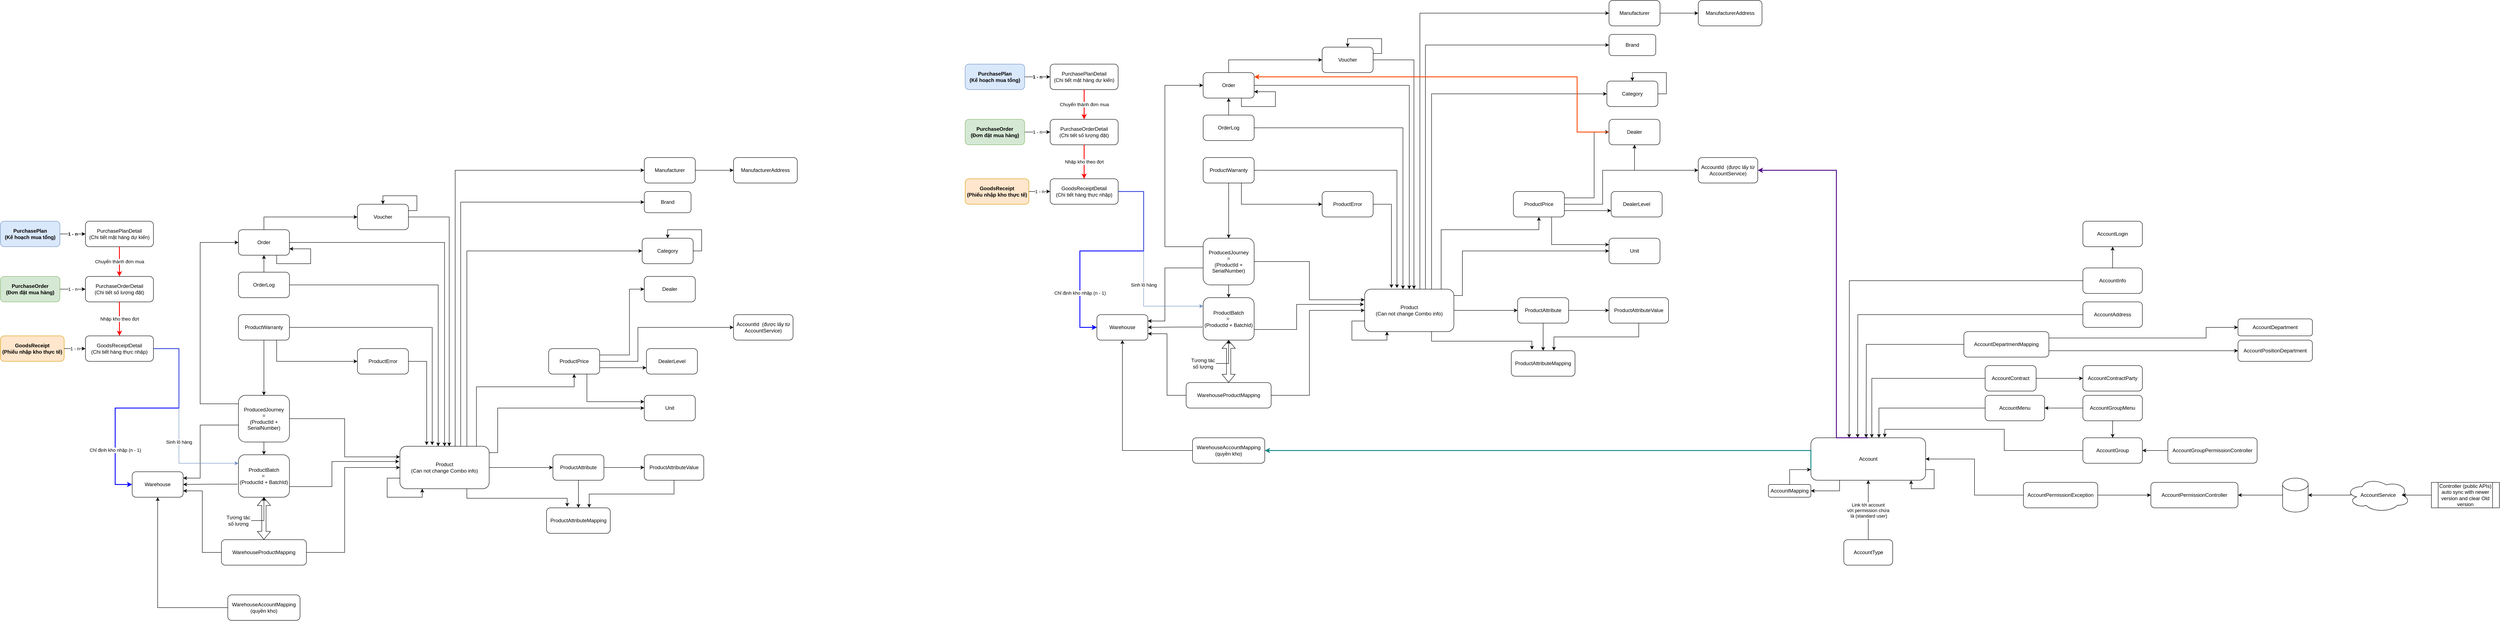
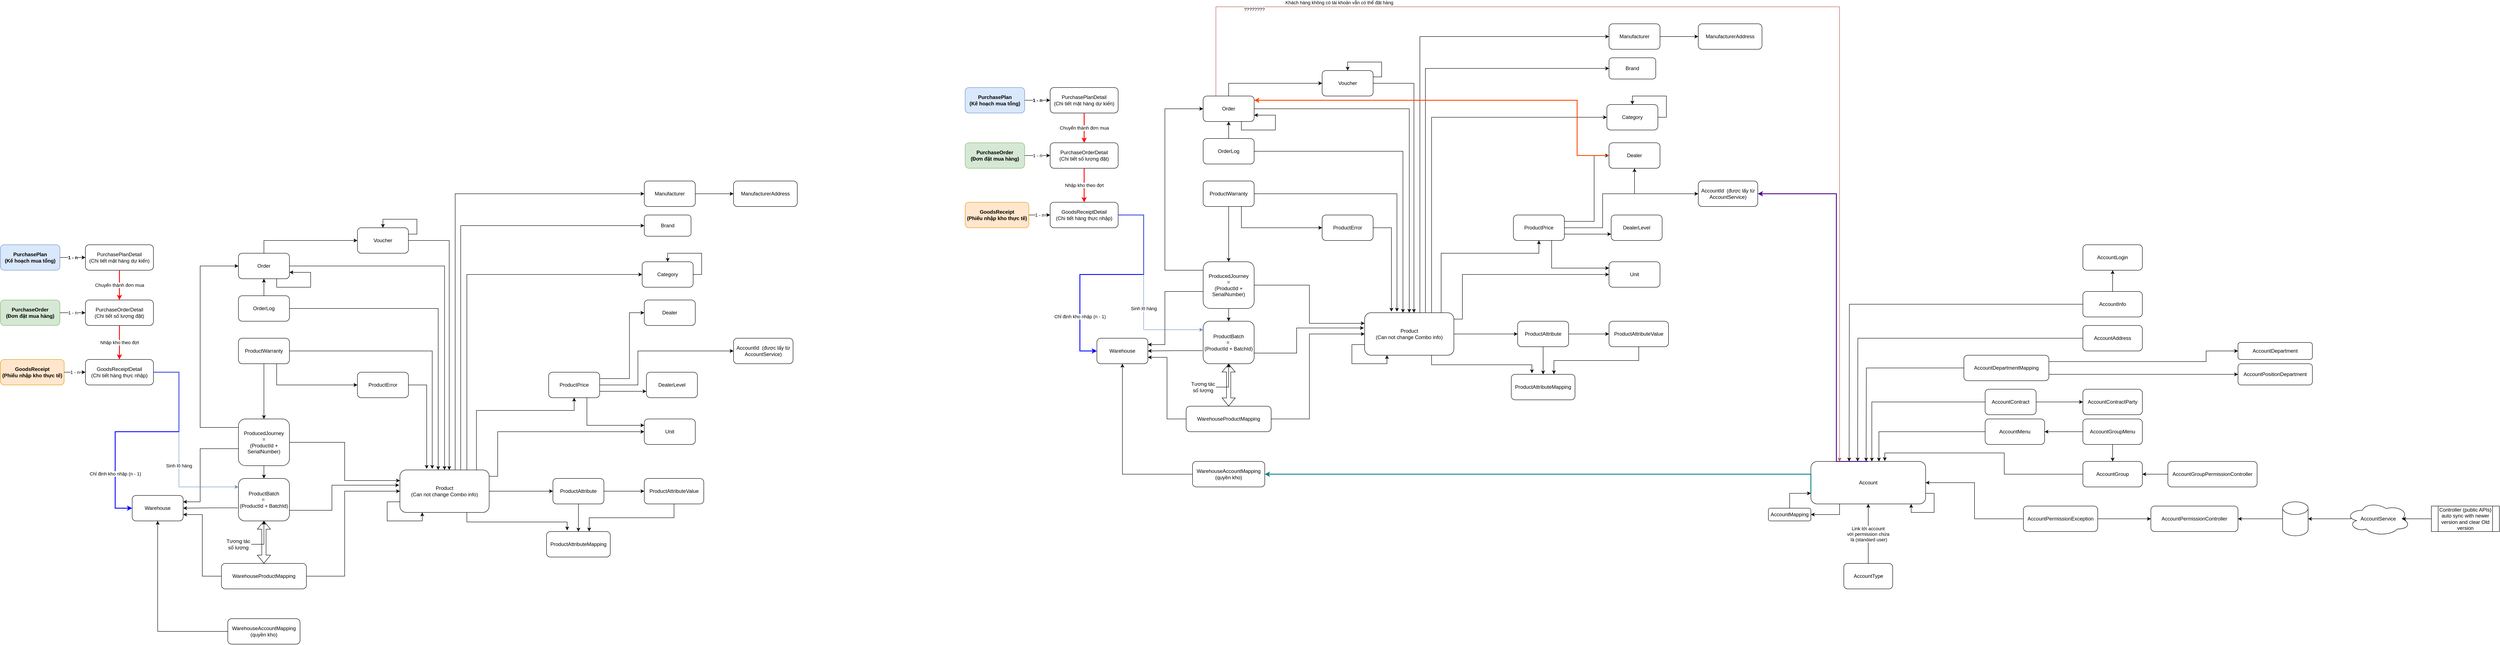
<mxfile host="app.diagrams.net">
  <diagram name="Page-1" id="X3Ej7SneoA_IpZ1JLyMx">
-     <mxGraphModel dx="943" dy="111599" grid="1" gridSize="10" guides="1" tooltips="1" connect="1" arrows="1" fold="1" page="1" pageScale="1" pageWidth="18500" pageHeight="111000" math="0" shadow="0">
+     <mxGraphModel dx="2280" dy="112447" grid="1" gridSize="10" guides="1" tooltips="1" connect="1" arrows="1" fold="1" page="1" pageScale="1" pageWidth="18500" pageHeight="111000" math="0" shadow="0">
      <root>
        <mxCell id="0" />
        <mxCell id="1" parent="0" />
        <mxCell id="bRXCoPtnCOos5vHUt3nM-4" parent="1" style="rounded=1;whiteSpace=wrap;html=1;" value="Brand" vertex="1">
          <mxGeometry height="50" width="110" x="1625" y="160" as="geometry" />
        </mxCell>
        <mxCell id="bRXCoPtnCOos5vHUt3nM-5" parent="1" style="rounded=1;whiteSpace=wrap;html=1;" value="Category" vertex="1">
          <mxGeometry height="60" width="120" x="1620" y="270" as="geometry" />
        </mxCell>
        <mxCell id="bRXCoPtnCOos5vHUt3nM-6" parent="1" style="rounded=1;whiteSpace=wrap;html=1;" value="Dealer" vertex="1">
          <mxGeometry height="60" width="120" x="1625" y="360" as="geometry" />
        </mxCell>
        <mxCell id="bRXCoPtnCOos5vHUt3nM-7" parent="1" style="rounded=1;whiteSpace=wrap;html=1;" value="AccountId&amp;nbsp; (được lấy từ AccountService)" vertex="1">
          <mxGeometry height="60" width="140" x="1835" y="450" as="geometry" />
        </mxCell>
        <mxCell id="bRXCoPtnCOos5vHUt3nM-8" parent="1" style="rounded=1;whiteSpace=wrap;html=1;" value="DealerLevel" vertex="1">
          <mxGeometry height="60" width="120" x="1630" y="530" as="geometry" />
        </mxCell>
        <mxCell id="n3FyrpiHLGzsT291LhVI-31" edge="1" parent="1" source="bRXCoPtnCOos5vHUt3nM-11" style="edgeStyle=orthogonalEdgeStyle;rounded=0;orthogonalLoop=1;jettySize=auto;html=1;exitX=1;exitY=0.5;exitDx=0;exitDy=0;entryX=0;entryY=0.5;entryDx=0;entryDy=0;" target="bRXCoPtnCOos5vHUt3nM-12">
          <mxGeometry relative="1" as="geometry" />
        </mxCell>
        <mxCell id="bRXCoPtnCOos5vHUt3nM-11" parent="1" style="rounded=1;whiteSpace=wrap;html=1;" value="Manufacturer" vertex="1">
          <mxGeometry height="60" width="120" x="1625" y="80" as="geometry" />
        </mxCell>
        <mxCell id="bRXCoPtnCOos5vHUt3nM-12" parent="1" style="rounded=1;whiteSpace=wrap;html=1;" value="ManufacturerAddress" vertex="1">
          <mxGeometry height="60" width="150" x="1835" y="80" as="geometry" />
        </mxCell>
        <mxCell id="n3FyrpiHLGzsT291LhVI-44" edge="1" parent="1" source="bRXCoPtnCOos5vHUt3nM-13" style="edgeStyle=orthogonalEdgeStyle;rounded=0;orthogonalLoop=1;jettySize=auto;html=1;exitX=0.5;exitY=0;exitDx=0;exitDy=0;entryX=0;entryY=0.5;entryDx=0;entryDy=0;" target="n3FyrpiHLGzsT291LhVI-9">
          <mxGeometry relative="1" as="geometry">
            <Array as="points">
              <mxPoint x="730" y="220" />
            </Array>
          </mxGeometry>
        </mxCell>
        <mxCell id="n3FyrpiHLGzsT291LhVI-49" edge="1" parent="1" source="bRXCoPtnCOos5vHUt3nM-13" style="edgeStyle=orthogonalEdgeStyle;rounded=0;orthogonalLoop=1;jettySize=auto;html=1;exitX=1;exitY=0.5;exitDx=0;exitDy=0;entryX=0.5;entryY=0;entryDx=0;entryDy=0;" target="bRXCoPtnCOos5vHUt3nM-16">
          <mxGeometry relative="1" as="geometry">
            <Array as="points">
              <mxPoint x="1155" y="280" />
            </Array>
          </mxGeometry>
        </mxCell>
        <mxCell id="bRXCoPtnCOos5vHUt3nM-13" parent="1" style="rounded=1;whiteSpace=wrap;html=1;" value="Order" vertex="1">
          <mxGeometry height="60" width="120" x="670" y="250" as="geometry" />
        </mxCell>
        <mxCell id="n3FyrpiHLGzsT291LhVI-45" edge="1" parent="1" source="bRXCoPtnCOos5vHUt3nM-14" style="edgeStyle=orthogonalEdgeStyle;rounded=0;orthogonalLoop=1;jettySize=auto;html=1;exitX=0;exitY=0.5;exitDx=0;exitDy=0;" target="bRXCoPtnCOos5vHUt3nM-13">
          <mxGeometry relative="1" as="geometry" />
        </mxCell>
        <mxCell id="bRXCoPtnCOos5vHUt3nM-14" parent="1" style="rounded=1;whiteSpace=wrap;html=1;direction=south;" value="OrderLog" vertex="1">
          <mxGeometry height="60" width="120" x="670" y="350" as="geometry" />
        </mxCell>
        <mxCell id="n3FyrpiHLGzsT291LhVI-33" edge="1" parent="1" source="bRXCoPtnCOos5vHUt3nM-15" style="edgeStyle=orthogonalEdgeStyle;rounded=0;orthogonalLoop=1;jettySize=auto;html=1;exitX=1;exitY=0.5;exitDx=0;exitDy=0;entryX=0;entryY=0.25;entryDx=0;entryDy=0;" target="bRXCoPtnCOos5vHUt3nM-16">
          <mxGeometry relative="1" as="geometry" />
        </mxCell>
        <mxCell id="n3FyrpiHLGzsT291LhVI-35" edge="1" parent="1" source="bRXCoPtnCOos5vHUt3nM-15" style="edgeStyle=orthogonalEdgeStyle;rounded=0;orthogonalLoop=1;jettySize=auto;html=1;exitX=0.5;exitY=1;exitDx=0;exitDy=0;" target="bRXCoPtnCOos5vHUt3nM-20">
          <mxGeometry relative="1" as="geometry" />
        </mxCell>
        <mxCell id="n3FyrpiHLGzsT291LhVI-36" edge="1" parent="1" source="bRXCoPtnCOos5vHUt3nM-15" style="edgeStyle=orthogonalEdgeStyle;rounded=0;orthogonalLoop=1;jettySize=auto;html=1;exitX=0.006;exitY=0.659;exitDx=0;exitDy=0;entryX=1;entryY=0.25;entryDx=0;entryDy=0;exitPerimeter=0;" target="n3FyrpiHLGzsT291LhVI-10">
          <mxGeometry relative="1" as="geometry">
            <Array as="points">
              <mxPoint x="671" y="710" />
              <mxPoint x="580" y="710" />
              <mxPoint x="580" y="835" />
            </Array>
          </mxGeometry>
        </mxCell>
        <mxCell id="n3FyrpiHLGzsT291LhVI-51" edge="1" parent="1" source="bRXCoPtnCOos5vHUt3nM-15" style="edgeStyle=orthogonalEdgeStyle;rounded=0;orthogonalLoop=1;jettySize=auto;html=1;exitX=0;exitY=0.25;exitDx=0;exitDy=0;entryX=0;entryY=0.5;entryDx=0;entryDy=0;" target="bRXCoPtnCOos5vHUt3nM-13">
          <mxGeometry relative="1" as="geometry">
            <Array as="points">
              <mxPoint x="670" y="660" />
              <mxPoint x="580" y="660" />
              <mxPoint x="580" y="280" />
            </Array>
          </mxGeometry>
        </mxCell>
        <mxCell id="bRXCoPtnCOos5vHUt3nM-15" parent="1" style="rounded=1;whiteSpace=wrap;html=1;" value="ProducedJourney&lt;div&gt;&amp;nbsp;=&amp;nbsp;&lt;/div&gt;&lt;div&gt;(ProductId + SerialNumber)&lt;/div&gt;" vertex="1">
          <mxGeometry height="110" width="120" x="670" y="640" as="geometry" />
        </mxCell>
        <mxCell id="n3FyrpiHLGzsT291LhVI-14" edge="1" parent="1" source="bRXCoPtnCOos5vHUt3nM-16" style="edgeStyle=orthogonalEdgeStyle;rounded=0;orthogonalLoop=1;jettySize=auto;html=1;exitX=1;exitY=0.5;exitDx=0;exitDy=0;entryX=0;entryY=0.5;entryDx=0;entryDy=0;" target="bRXCoPtnCOos5vHUt3nM-17">
          <mxGeometry relative="1" as="geometry" />
        </mxCell>
        <mxCell id="n3FyrpiHLGzsT291LhVI-16" edge="1" parent="1" source="bRXCoPtnCOos5vHUt3nM-16" style="edgeStyle=orthogonalEdgeStyle;rounded=0;orthogonalLoop=1;jettySize=auto;html=1;exitX=0.75;exitY=1;exitDx=0;exitDy=0;entryX=0.324;entryY=-0.046;entryDx=0;entryDy=0;entryPerimeter=0;" target="bRXCoPtnCOos5vHUt3nM-18">
          <mxGeometry relative="1" as="geometry" />
        </mxCell>
        <mxCell id="n3FyrpiHLGzsT291LhVI-19" edge="1" parent="1" source="bRXCoPtnCOos5vHUt3nM-16" style="edgeStyle=orthogonalEdgeStyle;rounded=0;orthogonalLoop=1;jettySize=auto;html=1;exitX=0.75;exitY=0;exitDx=0;exitDy=0;entryX=0.5;entryY=1;entryDx=0;entryDy=0;" target="n3FyrpiHLGzsT291LhVI-1">
          <mxGeometry relative="1" as="geometry">
            <Array as="points">
              <mxPoint x="1230" y="620" />
              <mxPoint x="1460" y="620" />
            </Array>
          </mxGeometry>
        </mxCell>
        <mxCell id="n3FyrpiHLGzsT291LhVI-25" edge="1" parent="1" source="bRXCoPtnCOos5vHUt3nM-16" style="edgeStyle=orthogonalEdgeStyle;rounded=0;orthogonalLoop=1;jettySize=auto;html=1;exitX=0.75;exitY=0;exitDx=0;exitDy=0;entryX=0;entryY=0.5;entryDx=0;entryDy=0;" target="bRXCoPtnCOos5vHUt3nM-5">
          <mxGeometry relative="1" as="geometry" />
        </mxCell>
        <mxCell id="n3FyrpiHLGzsT291LhVI-27" edge="1" parent="1" source="bRXCoPtnCOos5vHUt3nM-16" style="edgeStyle=orthogonalEdgeStyle;rounded=0;orthogonalLoop=1;jettySize=auto;html=1;exitX=0.681;exitY=-0.007;exitDx=0;exitDy=0;entryX=0;entryY=0.5;entryDx=0;entryDy=0;exitPerimeter=0;" target="bRXCoPtnCOos5vHUt3nM-4">
          <mxGeometry relative="1" as="geometry" />
        </mxCell>
        <mxCell id="n3FyrpiHLGzsT291LhVI-28" edge="1" parent="1" source="bRXCoPtnCOos5vHUt3nM-16" style="edgeStyle=orthogonalEdgeStyle;rounded=0;orthogonalLoop=1;jettySize=auto;html=1;exitX=1;exitY=0.25;exitDx=0;exitDy=0;entryX=0;entryY=0.5;entryDx=0;entryDy=0;" target="n3FyrpiHLGzsT291LhVI-8">
          <mxGeometry relative="1" as="geometry">
            <Array as="points">
              <mxPoint x="1280" y="775" />
              <mxPoint x="1280" y="670" />
            </Array>
          </mxGeometry>
        </mxCell>
        <mxCell id="n3FyrpiHLGzsT291LhVI-47" edge="1" parent="1" source="bRXCoPtnCOos5vHUt3nM-16" style="edgeStyle=orthogonalEdgeStyle;rounded=0;orthogonalLoop=1;jettySize=auto;html=1;exitX=0.636;exitY=0.013;exitDx=0;exitDy=0;entryX=0;entryY=0.5;entryDx=0;entryDy=0;exitPerimeter=0;" target="bRXCoPtnCOos5vHUt3nM-11">
          <mxGeometry relative="1" as="geometry">
            <Array as="points">
              <mxPoint x="1180" y="761" />
              <mxPoint x="1180" y="110" />
            </Array>
          </mxGeometry>
        </mxCell>
        <mxCell id="bRXCoPtnCOos5vHUt3nM-16" parent="1" style="rounded=1;whiteSpace=wrap;html=1;" value="Product&lt;div&gt;(Can not change Combo info)&lt;/div&gt;" vertex="1">
          <mxGeometry height="100" width="210" x="1050" y="760" as="geometry" />
        </mxCell>
        <mxCell id="n3FyrpiHLGzsT291LhVI-15" edge="1" parent="1" source="bRXCoPtnCOos5vHUt3nM-17" style="edgeStyle=orthogonalEdgeStyle;rounded=0;orthogonalLoop=1;jettySize=auto;html=1;exitX=1;exitY=0.5;exitDx=0;exitDy=0;entryX=0;entryY=0.5;entryDx=0;entryDy=0;" target="bRXCoPtnCOos5vHUt3nM-19">
          <mxGeometry relative="1" as="geometry" />
        </mxCell>
        <mxCell id="n3FyrpiHLGzsT291LhVI-17" edge="1" parent="1" source="bRXCoPtnCOos5vHUt3nM-17" style="edgeStyle=orthogonalEdgeStyle;rounded=0;orthogonalLoop=1;jettySize=auto;html=1;exitX=0.5;exitY=1;exitDx=0;exitDy=0;entryX=0.5;entryY=0;entryDx=0;entryDy=0;" target="bRXCoPtnCOos5vHUt3nM-18">
          <mxGeometry relative="1" as="geometry" />
        </mxCell>
        <mxCell id="bRXCoPtnCOos5vHUt3nM-17" parent="1" style="rounded=1;whiteSpace=wrap;html=1;" value="ProductAttribute" vertex="1">
          <mxGeometry height="60" width="120" x="1410" y="780" as="geometry" />
        </mxCell>
        <mxCell id="bRXCoPtnCOos5vHUt3nM-18" parent="1" style="rounded=1;whiteSpace=wrap;html=1;" value="ProductAttributeMapping" vertex="1">
          <mxGeometry height="60" width="150" x="1395" y="905" as="geometry" />
        </mxCell>
        <mxCell id="bRXCoPtnCOos5vHUt3nM-19" parent="1" style="rounded=1;whiteSpace=wrap;html=1;" value="ProductAttributeValue" vertex="1">
          <mxGeometry height="60" width="140" x="1625" y="780" as="geometry" />
        </mxCell>
        <mxCell id="n3FyrpiHLGzsT291LhVI-37" edge="1" parent="1" source="bRXCoPtnCOos5vHUt3nM-20" style="edgeStyle=orthogonalEdgeStyle;rounded=0;orthogonalLoop=1;jettySize=auto;html=1;exitX=-0.014;exitY=0.692;exitDx=0;exitDy=0;entryX=1;entryY=0.5;entryDx=0;entryDy=0;exitPerimeter=0;" target="n3FyrpiHLGzsT291LhVI-10">
          <mxGeometry relative="1" as="geometry" />
        </mxCell>
        <mxCell id="bRXCoPtnCOos5vHUt3nM-20" parent="1" style="rounded=1;whiteSpace=wrap;html=1;" value="ProductBatch&lt;div&gt;=&amp;nbsp;&lt;/div&gt;&lt;div&gt;(ProductId + BatchId)&lt;/div&gt;" vertex="1">
          <mxGeometry height="100" width="120" x="670" y="780" as="geometry" />
        </mxCell>
        <mxCell id="bRXCoPtnCOos5vHUt3nM-21" parent="1" style="rounded=1;whiteSpace=wrap;html=1;" value="ProductError" vertex="1">
          <mxGeometry height="60" width="120" x="950" y="530" as="geometry" />
        </mxCell>
        <mxCell id="n3FyrpiHLGzsT291LhVI-21" edge="1" parent="1" source="n3FyrpiHLGzsT291LhVI-1" style="edgeStyle=orthogonalEdgeStyle;rounded=0;orthogonalLoop=1;jettySize=auto;html=1;exitX=1;exitY=0.75;exitDx=0;exitDy=0;entryX=0;entryY=0.75;entryDx=0;entryDy=0;" target="bRXCoPtnCOos5vHUt3nM-8">
          <mxGeometry relative="1" as="geometry" />
        </mxCell>
        <mxCell id="n3FyrpiHLGzsT291LhVI-22" edge="1" parent="1" source="n3FyrpiHLGzsT291LhVI-1" style="edgeStyle=orthogonalEdgeStyle;rounded=0;orthogonalLoop=1;jettySize=auto;html=1;exitX=1;exitY=0.5;exitDx=0;exitDy=0;entryX=0;entryY=0.5;entryDx=0;entryDy=0;" target="bRXCoPtnCOos5vHUt3nM-7">
          <mxGeometry relative="1" as="geometry">
            <Array as="points">
              <mxPoint x="1610" y="560" />
              <mxPoint x="1610" y="480" />
            </Array>
          </mxGeometry>
        </mxCell>
        <mxCell id="n3FyrpiHLGzsT291LhVI-23" edge="1" parent="1" source="n3FyrpiHLGzsT291LhVI-1" style="edgeStyle=orthogonalEdgeStyle;rounded=0;orthogonalLoop=1;jettySize=auto;html=1;exitX=1;exitY=0.25;exitDx=0;exitDy=0;entryX=0;entryY=0.5;entryDx=0;entryDy=0;" target="bRXCoPtnCOos5vHUt3nM-6">
          <mxGeometry relative="1" as="geometry">
            <Array as="points">
              <mxPoint x="1590" y="545" />
              <mxPoint x="1590" y="390" />
            </Array>
          </mxGeometry>
        </mxCell>
        <mxCell id="n3FyrpiHLGzsT291LhVI-56" edge="1" parent="1" source="n3FyrpiHLGzsT291LhVI-1" style="edgeStyle=orthogonalEdgeStyle;rounded=0;orthogonalLoop=1;jettySize=auto;html=1;exitX=0.75;exitY=1;exitDx=0;exitDy=0;entryX=0;entryY=0.25;entryDx=0;entryDy=0;" target="n3FyrpiHLGzsT291LhVI-8">
          <mxGeometry relative="1" as="geometry" />
        </mxCell>
        <mxCell id="n3FyrpiHLGzsT291LhVI-1" parent="1" style="rounded=1;whiteSpace=wrap;html=1;" value="ProductPrice" vertex="1">
          <mxGeometry height="60" width="120" x="1400" y="530" as="geometry" />
        </mxCell>
        <mxCell id="n3FyrpiHLGzsT291LhVI-52" edge="1" parent="1" source="n3FyrpiHLGzsT291LhVI-2" style="edgeStyle=orthogonalEdgeStyle;rounded=0;orthogonalLoop=1;jettySize=auto;html=1;exitX=0.5;exitY=1;exitDx=0;exitDy=0;entryX=0.5;entryY=0;entryDx=0;entryDy=0;" target="bRXCoPtnCOos5vHUt3nM-15">
          <mxGeometry relative="1" as="geometry" />
        </mxCell>
        <mxCell id="n3FyrpiHLGzsT291LhVI-58" edge="1" parent="1" source="n3FyrpiHLGzsT291LhVI-2" style="edgeStyle=orthogonalEdgeStyle;rounded=0;orthogonalLoop=1;jettySize=auto;html=1;exitX=0.75;exitY=1;exitDx=0;exitDy=0;entryX=0;entryY=0.5;entryDx=0;entryDy=0;" target="bRXCoPtnCOos5vHUt3nM-21">
          <mxGeometry relative="1" as="geometry" />
        </mxCell>
        <mxCell id="n3FyrpiHLGzsT291LhVI-2" parent="1" style="rounded=1;whiteSpace=wrap;html=1;" value="ProductWarranty" vertex="1">
          <mxGeometry height="60" width="120" x="670" y="450" as="geometry" />
        </mxCell>
        <mxCell id="n3FyrpiHLGzsT291LhVI-8" parent="1" style="rounded=1;whiteSpace=wrap;html=1;" value="Unit" vertex="1">
          <mxGeometry height="60" width="120" x="1625" y="640" as="geometry" />
        </mxCell>
        <mxCell id="n3FyrpiHLGzsT291LhVI-43" edge="1" parent="1" source="n3FyrpiHLGzsT291LhVI-9" style="edgeStyle=orthogonalEdgeStyle;rounded=0;orthogonalLoop=1;jettySize=auto;html=1;exitX=1;exitY=0.5;exitDx=0;exitDy=0;">
          <mxGeometry relative="1" as="geometry">
            <Array as="points">
              <mxPoint x="1166" y="220" />
            </Array>
            <mxPoint x="1166" y="760" as="targetPoint" />
          </mxGeometry>
        </mxCell>
        <mxCell id="AxulSBX_V0fGFe2LzLWX-1" edge="1" parent="1" source="n3FyrpiHLGzsT291LhVI-9" style="edgeStyle=orthogonalEdgeStyle;rounded=0;orthogonalLoop=1;jettySize=auto;html=1;exitX=1;exitY=0.25;exitDx=0;exitDy=0;innerLoopWaypoints=1;entryX=0.5;entryY=0;entryDx=0;entryDy=0;" target="n3FyrpiHLGzsT291LhVI-9">
          <mxGeometry relative="1" as="geometry">
            <Array as="points">
              <mxPoint x="1090" y="205" />
              <mxPoint x="1090" y="170" />
              <mxPoint x="1010" y="170" />
            </Array>
            <mxPoint x="1030" y="180" as="targetPoint" />
          </mxGeometry>
        </mxCell>
        <mxCell id="n3FyrpiHLGzsT291LhVI-9" parent="1" style="rounded=1;whiteSpace=wrap;html=1;" value="Voucher" vertex="1">
          <mxGeometry height="60" width="120" x="950" y="190" as="geometry" />
        </mxCell>
        <mxCell id="n3FyrpiHLGzsT291LhVI-10" parent="1" style="rounded=1;whiteSpace=wrap;html=1;" value="Warehouse" vertex="1">
          <mxGeometry height="60" width="120" x="420" y="820" as="geometry" />
        </mxCell>
        <mxCell id="n3FyrpiHLGzsT291LhVI-53" edge="1" parent="1" source="n3FyrpiHLGzsT291LhVI-11" style="edgeStyle=orthogonalEdgeStyle;rounded=0;orthogonalLoop=1;jettySize=auto;html=1;exitX=0;exitY=0.5;exitDx=0;exitDy=0;entryX=0.5;entryY=1;entryDx=0;entryDy=0;" target="n3FyrpiHLGzsT291LhVI-10">
          <mxGeometry relative="1" as="geometry" />
        </mxCell>
        <mxCell id="n3FyrpiHLGzsT291LhVI-11" parent="1" style="rounded=1;whiteSpace=wrap;html=1;" value="WarehouseAccountMapping&lt;div&gt;(quyền kho)&lt;/div&gt;" vertex="1">
          <mxGeometry height="60" width="170" x="645" y="1110" as="geometry" />
        </mxCell>
        <mxCell id="n3FyrpiHLGzsT291LhVI-41" edge="1" parent="1" source="n3FyrpiHLGzsT291LhVI-12" style="edgeStyle=orthogonalEdgeStyle;rounded=0;orthogonalLoop=1;jettySize=auto;html=1;exitX=0;exitY=0.5;exitDx=0;exitDy=0;entryX=1;entryY=0.75;entryDx=0;entryDy=0;" target="n3FyrpiHLGzsT291LhVI-10">
          <mxGeometry relative="1" as="geometry" />
        </mxCell>
        <mxCell id="AxulSBX_V0fGFe2LzLWX-5" edge="1" parent="1" source="n3FyrpiHLGzsT291LhVI-12" style="edgeStyle=orthogonalEdgeStyle;rounded=0;orthogonalLoop=1;jettySize=auto;html=1;exitX=1;exitY=0.5;exitDx=0;exitDy=0;entryX=0;entryY=0.5;entryDx=0;entryDy=0;" target="bRXCoPtnCOos5vHUt3nM-16">
          <mxGeometry relative="1" as="geometry">
            <Array as="points">
              <mxPoint x="920" y="1010" />
              <mxPoint x="920" y="810" />
            </Array>
          </mxGeometry>
        </mxCell>
        <mxCell id="n3FyrpiHLGzsT291LhVI-12" parent="1" style="rounded=1;whiteSpace=wrap;html=1;" value="WarehouseProductMapping" vertex="1">
          <mxGeometry height="60" width="200" x="630" y="980" as="geometry" />
        </mxCell>
        <mxCell id="n3FyrpiHLGzsT291LhVI-18" edge="1" parent="1" source="bRXCoPtnCOos5vHUt3nM-19" style="edgeStyle=orthogonalEdgeStyle;rounded=0;orthogonalLoop=1;jettySize=auto;html=1;exitX=0.5;exitY=1;exitDx=0;exitDy=0;entryX=0.669;entryY=-0.007;entryDx=0;entryDy=0;entryPerimeter=0;" target="bRXCoPtnCOos5vHUt3nM-18">
          <mxGeometry relative="1" as="geometry" />
        </mxCell>
        <mxCell id="n3FyrpiHLGzsT291LhVI-24" edge="1" parent="1" source="bRXCoPtnCOos5vHUt3nM-5" style="edgeStyle=orthogonalEdgeStyle;rounded=0;orthogonalLoop=1;jettySize=auto;html=1;exitX=1;exitY=0.5;exitDx=0;exitDy=0;entryX=0.5;entryY=0;entryDx=0;entryDy=0;innerLoopWaypoints=1;" target="bRXCoPtnCOos5vHUt3nM-5">
          <mxGeometry relative="1" as="geometry">
            <Array as="points">
              <mxPoint x="1760" y="300" />
              <mxPoint x="1760" y="250" />
              <mxPoint x="1680" y="250" />
            </Array>
          </mxGeometry>
        </mxCell>
        <mxCell id="n3FyrpiHLGzsT291LhVI-38" edge="1" parent="1" source="n3FyrpiHLGzsT291LhVI-12" style="shape=flexArrow;endArrow=classic;startArrow=classic;html=1;rounded=0;entryX=0.5;entryY=1;entryDx=0;entryDy=0;exitX=0.5;exitY=0;exitDx=0;exitDy=0;" target="bRXCoPtnCOos5vHUt3nM-20" value="">
          <mxGeometry height="100" relative="1" width="100" as="geometry">
            <mxPoint x="650" y="980" as="sourcePoint" />
            <mxPoint x="750" y="880" as="targetPoint" />
          </mxGeometry>
        </mxCell>
        <mxCell id="n3FyrpiHLGzsT291LhVI-40" edge="1" parent="1" source="n3FyrpiHLGzsT291LhVI-39" style="edgeStyle=orthogonalEdgeStyle;rounded=0;orthogonalLoop=1;jettySize=auto;html=1;exitX=1;exitY=0.5;exitDx=0;exitDy=0;entryX=0.5;entryY=1;entryDx=0;entryDy=0;" target="bRXCoPtnCOos5vHUt3nM-20">
          <mxGeometry relative="1" as="geometry" />
        </mxCell>
        <mxCell id="n3FyrpiHLGzsT291LhVI-39" parent="1" style="text;html=1;whiteSpace=wrap;strokeColor=none;fillColor=none;align=center;verticalAlign=middle;rounded=0;" value="Tương tác số lượng" vertex="1">
          <mxGeometry height="30" width="60" x="640" y="920" as="geometry" />
        </mxCell>
        <mxCell id="n3FyrpiHLGzsT291LhVI-46" edge="1" parent="1" source="n3FyrpiHLGzsT291LhVI-2" style="edgeStyle=orthogonalEdgeStyle;rounded=0;orthogonalLoop=1;jettySize=auto;html=1;exitX=1;exitY=0.5;exitDx=0;exitDy=0;entryX=0.362;entryY=-0.026;entryDx=0;entryDy=0;entryPerimeter=0;" target="bRXCoPtnCOos5vHUt3nM-16">
          <mxGeometry relative="1" as="geometry" />
        </mxCell>
        <mxCell id="n3FyrpiHLGzsT291LhVI-50" edge="1" parent="1" source="bRXCoPtnCOos5vHUt3nM-14" style="edgeStyle=orthogonalEdgeStyle;rounded=0;orthogonalLoop=1;jettySize=auto;html=1;exitX=0.5;exitY=0;exitDx=0;exitDy=0;entryX=0.429;entryY=0;entryDx=0;entryDy=0;entryPerimeter=0;" target="bRXCoPtnCOos5vHUt3nM-16">
          <mxGeometry relative="1" as="geometry" />
        </mxCell>
        <mxCell id="n3FyrpiHLGzsT291LhVI-57" edge="1" parent="1" source="bRXCoPtnCOos5vHUt3nM-21" style="edgeStyle=orthogonalEdgeStyle;rounded=0;orthogonalLoop=1;jettySize=auto;html=1;exitX=1;exitY=0.5;exitDx=0;exitDy=0;entryX=0.3;entryY=-0.026;entryDx=0;entryDy=0;entryPerimeter=0;" target="bRXCoPtnCOos5vHUt3nM-16">
          <mxGeometry relative="1" as="geometry" />
        </mxCell>
        <mxCell id="PWnPaHJ6BF9YL0BDL13Q-1" parent="1" style="rounded=1;whiteSpace=wrap;html=1;fillColor=#dae8fc;strokeColor=#6c8ebf;fontStyle=1;" value="PurchasePlan&#xa;(Kế hoạch mua tổng)" vertex="1">
          <mxGeometry height="60" width="140" x="110" y="230" as="geometry" />
        </mxCell>
        <mxCell id="PWnPaHJ6BF9YL0BDL13Q-2" parent="1" style="rounded=1;whiteSpace=wrap;html=1;" value="PurchasePlanDetail&#xa;(Chi tiết mặt hàng dự kiến)" vertex="1">
          <mxGeometry height="60" width="160" x="310" y="230" as="geometry" />
        </mxCell>
        <mxCell id="PWnPaHJ6BF9YL0BDL13Q-3" edge="1" parent="1" source="PWnPaHJ6BF9YL0BDL13Q-1" style="edgeStyle=orthogonalEdgeStyle;rounded=0;html=1;fontStyle=1;" target="PWnPaHJ6BF9YL0BDL13Q-2" value="1 - n">
          <mxGeometry relative="1" as="geometry" />
        </mxCell>
        <mxCell id="PWnPaHJ6BF9YL0BDL13Q-4" parent="1" style="rounded=1;whiteSpace=wrap;html=1;fillColor=#d5e8d4;strokeColor=#82b366;fontStyle=1;" value="PurchaseOrder&#xa;(Đơn đặt mua hàng)" vertex="1">
          <mxGeometry height="60" width="140" x="110" y="360" as="geometry" />
        </mxCell>
        <mxCell id="PWnPaHJ6BF9YL0BDL13Q-5" parent="1" style="rounded=1;whiteSpace=wrap;html=1;" value="PurchaseOrderDetail&#xa;(Chi tiết số lượng đặt)" vertex="1">
          <mxGeometry height="60" width="160" x="310" y="360" as="geometry" />
        </mxCell>
        <mxCell id="PWnPaHJ6BF9YL0BDL13Q-6" edge="1" parent="1" source="PWnPaHJ6BF9YL0BDL13Q-4" style="edgeStyle=orthogonalEdgeStyle;rounded=0;html=1;" target="PWnPaHJ6BF9YL0BDL13Q-5" value="1 - n">
          <mxGeometry relative="1" as="geometry" />
        </mxCell>
        <mxCell id="PWnPaHJ6BF9YL0BDL13Q-7" edge="1" parent="1" source="PWnPaHJ6BF9YL0BDL13Q-2" style="edgeStyle=orthogonalEdgeStyle;rounded=0;html=1;strokeWidth=2;strokeColor=#ff0000;" target="PWnPaHJ6BF9YL0BDL13Q-5" value="Chuyển thành đơn mua">
          <mxGeometry relative="1" as="geometry">
            <mxPoint x="390" y="320" as="targetPoint" />
          </mxGeometry>
        </mxCell>
        <mxCell id="PWnPaHJ6BF9YL0BDL13Q-8" parent="1" style="rounded=1;whiteSpace=wrap;html=1;fillColor=#ffe6cc;strokeColor=#d79b00;fontStyle=1;" value="GoodsReceipt&#xa;(Phiếu nhập kho thực tế)" vertex="1">
          <mxGeometry height="60" width="150" x="110" y="500" as="geometry" />
        </mxCell>
        <mxCell id="PWnPaHJ6BF9YL0BDL13Q-9" parent="1" style="rounded=1;whiteSpace=wrap;html=1;" value="GoodsReceiptDetail&#xa;(Chi tiết hàng thực nhập)" vertex="1">
          <mxGeometry height="60" width="160" x="310" y="500" as="geometry" />
        </mxCell>
        <mxCell id="PWnPaHJ6BF9YL0BDL13Q-10" edge="1" parent="1" source="PWnPaHJ6BF9YL0BDL13Q-8" style="edgeStyle=orthogonalEdgeStyle;rounded=0;html=1;" target="PWnPaHJ6BF9YL0BDL13Q-9" value="1 - n">
          <mxGeometry relative="1" as="geometry" />
        </mxCell>
        <mxCell id="PWnPaHJ6BF9YL0BDL13Q-11" edge="1" parent="1" source="PWnPaHJ6BF9YL0BDL13Q-5" style="edgeStyle=orthogonalEdgeStyle;rounded=0;html=1;strokeWidth=2;strokeColor=#ff0000;" target="PWnPaHJ6BF9YL0BDL13Q-9" value="Nhập kho theo đợt">
          <mxGeometry relative="1" as="geometry" />
        </mxCell>
        <mxCell id="PWnPaHJ6BF9YL0BDL13Q-13" edge="1" parent="1" source="PWnPaHJ6BF9YL0BDL13Q-9" style="edgeStyle=orthogonalEdgeStyle;rounded=0;html=1;strokeWidth=2;strokeColor=#0000ff;entryX=0;entryY=0.5;entryDx=0;entryDy=0;exitX=1;exitY=0.5;exitDx=0;exitDy=0;" target="n3FyrpiHLGzsT291LhVI-10" value="Chỉ định kho nhập (n - 1)">
          <mxGeometry relative="1" x="0.5745" as="geometry">
            <mxPoint as="offset" />
            <Array as="points">
              <mxPoint x="530" y="530" />
              <mxPoint x="530" y="670" />
              <mxPoint x="380" y="670" />
              <mxPoint x="380" y="850" />
            </Array>
          </mxGeometry>
        </mxCell>
        <mxCell id="PWnPaHJ6BF9YL0BDL13Q-15" edge="1" parent="1" source="PWnPaHJ6BF9YL0BDL13Q-9" style="edgeStyle=orthogonalEdgeStyle;rounded=0;html=1;strokeWidth=1;strokeColor=#6c8ebf;fillColor=#dae8fc;" value="Sinh lô hàng">
          <mxGeometry relative="1" x="0.1915" as="geometry">
            <mxPoint as="offset" />
            <Array as="points">
              <mxPoint x="530" y="530" />
              <mxPoint x="530" y="800" />
            </Array>
            <mxPoint x="670" y="800" as="targetPoint" />
          </mxGeometry>
        </mxCell>
        <mxCell id="AxulSBX_V0fGFe2LzLWX-2" edge="1" parent="1" source="bRXCoPtnCOos5vHUt3nM-13" style="edgeStyle=orthogonalEdgeStyle;rounded=0;orthogonalLoop=1;jettySize=auto;html=1;innerLoopWaypoints=1;exitX=0.75;exitY=1;exitDx=0;exitDy=0;entryX=1;entryY=0.75;entryDx=0;entryDy=0;" target="bRXCoPtnCOos5vHUt3nM-13">
          <mxGeometry relative="1" as="geometry">
            <Array as="points">
              <mxPoint x="760" y="330" />
              <mxPoint x="840" y="330" />
              <mxPoint x="840" y="295" />
            </Array>
          </mxGeometry>
        </mxCell>
        <mxCell id="AxulSBX_V0fGFe2LzLWX-4" edge="1" parent="1" source="bRXCoPtnCOos5vHUt3nM-20" style="edgeStyle=orthogonalEdgeStyle;rounded=0;orthogonalLoop=1;jettySize=auto;html=1;exitX=1;exitY=0.75;exitDx=0;exitDy=0;entryX=-0.009;entryY=0.359;entryDx=0;entryDy=0;entryPerimeter=0;" target="bRXCoPtnCOos5vHUt3nM-16">
          <mxGeometry relative="1" as="geometry">
            <Array as="points">
              <mxPoint x="890" y="855" />
              <mxPoint x="890" y="796" />
            </Array>
          </mxGeometry>
        </mxCell>
        <mxCell id="AxulSBX_V0fGFe2LzLWX-6" edge="1" parent="1" source="bRXCoPtnCOos5vHUt3nM-16" style="edgeStyle=orthogonalEdgeStyle;rounded=0;orthogonalLoop=1;jettySize=auto;html=1;innerLoopWaypoints=1;exitX=0;exitY=0.75;exitDx=0;exitDy=0;entryX=0.25;entryY=1;entryDx=0;entryDy=0;" target="bRXCoPtnCOos5vHUt3nM-16">
          <mxGeometry relative="1" as="geometry">
            <Array as="points">
              <mxPoint x="1020" y="835" />
              <mxPoint x="1020" y="880" />
              <mxPoint x="1103" y="880" />
            </Array>
          </mxGeometry>
        </mxCell>
        <mxCell id="hMbl2U-K0152mwasdNm7-22" parent="1" style="rounded=1;whiteSpace=wrap;html=1;" value="Brand" vertex="1">
          <mxGeometry height="50" width="110" x="3895" y="-210" as="geometry" />
        </mxCell>
        <mxCell id="hMbl2U-K0152mwasdNm7-23" parent="1" style="rounded=1;whiteSpace=wrap;html=1;" value="Category" vertex="1">
          <mxGeometry height="60" width="120" x="3890" y="-100" as="geometry" />
        </mxCell>
        <mxCell id="hMbl2U-K0152mwasdNm7-24" parent="1" style="rounded=1;whiteSpace=wrap;html=1;" value="Dealer" vertex="1">
          <mxGeometry height="60" width="120" x="3895" y="-10" as="geometry" />
        </mxCell>
        <mxCell id="hMbl2U-K0152mwasdNm7-25" parent="1" style="rounded=1;whiteSpace=wrap;html=1;" value="AccountId&amp;nbsp; (được lấy từ AccountService)" vertex="1">
          <mxGeometry height="60" width="140" x="4105" y="80" as="geometry" />
        </mxCell>
        <mxCell id="hMbl2U-K0152mwasdNm7-26" parent="1" style="rounded=1;whiteSpace=wrap;html=1;" value="DealerLevel" vertex="1">
          <mxGeometry height="60" width="120" x="3900" y="160" as="geometry" />
        </mxCell>
        <mxCell id="hMbl2U-K0152mwasdNm7-27" edge="1" parent="1" source="hMbl2U-K0152mwasdNm7-28" style="edgeStyle=orthogonalEdgeStyle;rounded=0;orthogonalLoop=1;jettySize=auto;html=1;exitX=1;exitY=0.5;exitDx=0;exitDy=0;entryX=0;entryY=0.5;entryDx=0;entryDy=0;" target="hMbl2U-K0152mwasdNm7-29">
          <mxGeometry relative="1" as="geometry" />
        </mxCell>
        <mxCell id="hMbl2U-K0152mwasdNm7-28" parent="1" style="rounded=1;whiteSpace=wrap;html=1;" value="Manufacturer" vertex="1">
          <mxGeometry height="60" width="120" x="3895" y="-290" as="geometry" />
        </mxCell>
        <mxCell id="hMbl2U-K0152mwasdNm7-29" parent="1" style="rounded=1;whiteSpace=wrap;html=1;" value="ManufacturerAddress" vertex="1">
          <mxGeometry height="60" width="150" x="4105" y="-290" as="geometry" />
        </mxCell>
        <mxCell id="hMbl2U-K0152mwasdNm7-30" edge="1" parent="1" source="hMbl2U-K0152mwasdNm7-32" style="edgeStyle=orthogonalEdgeStyle;rounded=0;orthogonalLoop=1;jettySize=auto;html=1;exitX=0.5;exitY=0;exitDx=0;exitDy=0;entryX=0;entryY=0.5;entryDx=0;entryDy=0;" target="hMbl2U-K0152mwasdNm7-67">
          <mxGeometry relative="1" as="geometry">
            <Array as="points">
              <mxPoint x="3000" y="-150" />
            </Array>
          </mxGeometry>
        </mxCell>
        <mxCell id="hMbl2U-K0152mwasdNm7-31" edge="1" parent="1" source="hMbl2U-K0152mwasdNm7-32" style="edgeStyle=orthogonalEdgeStyle;rounded=0;orthogonalLoop=1;jettySize=auto;html=1;exitX=1;exitY=0.5;exitDx=0;exitDy=0;entryX=0.5;entryY=0;entryDx=0;entryDy=0;" target="hMbl2U-K0152mwasdNm7-47">
          <mxGeometry relative="1" as="geometry">
            <Array as="points">
              <mxPoint x="3425" y="-90" />
            </Array>
          </mxGeometry>
        </mxCell>
+         <mxCell id="vUVoq3HvJN78WNhkTx8h-50" edge="1" parent="1" source="hMbl2U-K0152mwasdNm7-32" style="edgeStyle=orthogonalEdgeStyle;rounded=0;orthogonalLoop=1;jettySize=auto;html=1;exitX=0.25;exitY=0;exitDx=0;exitDy=0;entryX=0.25;entryY=0;entryDx=0;entryDy=0;fillColor=#f8cecc;strokeColor=#b85450;" target="hMbl2U-K0152mwasdNm7-98">
+           <mxGeometry relative="1" as="geometry">
+             <Array as="points">
+               <mxPoint x="2970" y="-330" />
+               <mxPoint x="4438" y="-330" />
+             </Array>
+           </mxGeometry>
+         </mxCell>
+         <mxCell id="vUVoq3HvJN78WNhkTx8h-52" connectable="0" parent="vUVoq3HvJN78WNhkTx8h-50" style="edgeLabel;html=1;align=center;verticalAlign=middle;resizable=0;points=[];" value="Khách hàng không có tài khoản vẫn có thể đặt hàng" vertex="1">
+           <mxGeometry relative="1" x="-0.7731" y="-3" as="geometry">
+             <mxPoint x="188" y="-13" as="offset" />
+           </mxGeometry>
+         </mxCell>
+         <mxCell id="vUVoq3HvJN78WNhkTx8h-54" connectable="0" parent="vUVoq3HvJN78WNhkTx8h-50" style="edgeLabel;html=1;align=center;verticalAlign=middle;resizable=0;points=[];" value="????????" vertex="1">
+           <mxGeometry relative="1" x="-0.7816" y="-6" as="geometry">
+             <mxPoint as="offset" />
+           </mxGeometry>
+         </mxCell>
        <mxCell id="hMbl2U-K0152mwasdNm7-32" parent="1" style="rounded=1;whiteSpace=wrap;html=1;" value="Order" vertex="1">
          <mxGeometry height="60" width="120" x="2940" y="-120" as="geometry" />
        </mxCell>
        <mxCell id="hMbl2U-K0152mwasdNm7-33" edge="1" parent="1" source="hMbl2U-K0152mwasdNm7-34" style="edgeStyle=orthogonalEdgeStyle;rounded=0;orthogonalLoop=1;jettySize=auto;html=1;exitX=0;exitY=0.5;exitDx=0;exitDy=0;" target="hMbl2U-K0152mwasdNm7-32">
          <mxGeometry relative="1" as="geometry" />
        </mxCell>
        <mxCell id="hMbl2U-K0152mwasdNm7-34" parent="1" style="rounded=1;whiteSpace=wrap;html=1;direction=south;" value="OrderLog" vertex="1">
          <mxGeometry height="60" width="120" x="2940" y="-20" as="geometry" />
        </mxCell>
        <mxCell id="hMbl2U-K0152mwasdNm7-35" edge="1" parent="1" source="hMbl2U-K0152mwasdNm7-39" style="edgeStyle=orthogonalEdgeStyle;rounded=0;orthogonalLoop=1;jettySize=auto;html=1;exitX=1;exitY=0.5;exitDx=0;exitDy=0;entryX=0;entryY=0.25;entryDx=0;entryDy=0;" target="hMbl2U-K0152mwasdNm7-47">
          <mxGeometry relative="1" as="geometry" />
        </mxCell>
        <mxCell id="hMbl2U-K0152mwasdNm7-36" edge="1" parent="1" source="hMbl2U-K0152mwasdNm7-39" style="edgeStyle=orthogonalEdgeStyle;rounded=0;orthogonalLoop=1;jettySize=auto;html=1;exitX=0.5;exitY=1;exitDx=0;exitDy=0;" target="hMbl2U-K0152mwasdNm7-54">
          <mxGeometry relative="1" as="geometry" />
        </mxCell>
        <mxCell id="hMbl2U-K0152mwasdNm7-37" edge="1" parent="1" source="hMbl2U-K0152mwasdNm7-39" style="edgeStyle=orthogonalEdgeStyle;rounded=0;orthogonalLoop=1;jettySize=auto;html=1;exitX=0.006;exitY=0.659;exitDx=0;exitDy=0;entryX=1;entryY=0.25;entryDx=0;entryDy=0;exitPerimeter=0;" target="hMbl2U-K0152mwasdNm7-68">
          <mxGeometry relative="1" as="geometry">
            <Array as="points">
              <mxPoint x="2941" y="340" />
              <mxPoint x="2850" y="340" />
              <mxPoint x="2850" y="465" />
            </Array>
          </mxGeometry>
        </mxCell>
        <mxCell id="hMbl2U-K0152mwasdNm7-38" edge="1" parent="1" source="hMbl2U-K0152mwasdNm7-39" style="edgeStyle=orthogonalEdgeStyle;rounded=0;orthogonalLoop=1;jettySize=auto;html=1;exitX=0;exitY=0.25;exitDx=0;exitDy=0;entryX=0;entryY=0.5;entryDx=0;entryDy=0;" target="hMbl2U-K0152mwasdNm7-32">
          <mxGeometry relative="1" as="geometry">
            <Array as="points">
              <mxPoint x="2940" y="290" />
              <mxPoint x="2850" y="290" />
              <mxPoint x="2850" y="-90" />
            </Array>
          </mxGeometry>
        </mxCell>
        <mxCell id="hMbl2U-K0152mwasdNm7-39" parent="1" style="rounded=1;whiteSpace=wrap;html=1;" value="ProducedJourney&lt;div&gt;&amp;nbsp;=&amp;nbsp;&lt;/div&gt;&lt;div&gt;(ProductId + SerialNumber)&lt;/div&gt;" vertex="1">
          <mxGeometry height="110" width="120" x="2940" y="270" as="geometry" />
        </mxCell>
        <mxCell id="hMbl2U-K0152mwasdNm7-40" edge="1" parent="1" source="hMbl2U-K0152mwasdNm7-47" style="edgeStyle=orthogonalEdgeStyle;rounded=0;orthogonalLoop=1;jettySize=auto;html=1;exitX=1;exitY=0.5;exitDx=0;exitDy=0;entryX=0;entryY=0.5;entryDx=0;entryDy=0;" target="hMbl2U-K0152mwasdNm7-50">
          <mxGeometry relative="1" as="geometry" />
        </mxCell>
        <mxCell id="hMbl2U-K0152mwasdNm7-41" edge="1" parent="1" source="hMbl2U-K0152mwasdNm7-47" style="edgeStyle=orthogonalEdgeStyle;rounded=0;orthogonalLoop=1;jettySize=auto;html=1;exitX=0.75;exitY=1;exitDx=0;exitDy=0;entryX=0.324;entryY=-0.046;entryDx=0;entryDy=0;entryPerimeter=0;" target="hMbl2U-K0152mwasdNm7-51">
          <mxGeometry relative="1" as="geometry" />
        </mxCell>
        <mxCell id="hMbl2U-K0152mwasdNm7-42" edge="1" parent="1" source="hMbl2U-K0152mwasdNm7-47" style="edgeStyle=orthogonalEdgeStyle;rounded=0;orthogonalLoop=1;jettySize=auto;html=1;exitX=0.75;exitY=0;exitDx=0;exitDy=0;entryX=0.5;entryY=1;entryDx=0;entryDy=0;" target="hMbl2U-K0152mwasdNm7-60">
          <mxGeometry relative="1" as="geometry">
            <Array as="points">
              <mxPoint x="3500" y="250" />
              <mxPoint x="3730" y="250" />
            </Array>
          </mxGeometry>
        </mxCell>
        <mxCell id="hMbl2U-K0152mwasdNm7-43" edge="1" parent="1" source="hMbl2U-K0152mwasdNm7-47" style="edgeStyle=orthogonalEdgeStyle;rounded=0;orthogonalLoop=1;jettySize=auto;html=1;exitX=0.75;exitY=0;exitDx=0;exitDy=0;entryX=0;entryY=0.5;entryDx=0;entryDy=0;" target="hMbl2U-K0152mwasdNm7-23">
          <mxGeometry relative="1" as="geometry" />
        </mxCell>
        <mxCell id="hMbl2U-K0152mwasdNm7-44" edge="1" parent="1" source="hMbl2U-K0152mwasdNm7-47" style="edgeStyle=orthogonalEdgeStyle;rounded=0;orthogonalLoop=1;jettySize=auto;html=1;exitX=0.681;exitY=-0.007;exitDx=0;exitDy=0;entryX=0;entryY=0.5;entryDx=0;entryDy=0;exitPerimeter=0;" target="hMbl2U-K0152mwasdNm7-22">
          <mxGeometry relative="1" as="geometry" />
        </mxCell>
        <mxCell id="hMbl2U-K0152mwasdNm7-45" edge="1" parent="1" source="hMbl2U-K0152mwasdNm7-47" style="edgeStyle=orthogonalEdgeStyle;rounded=0;orthogonalLoop=1;jettySize=auto;html=1;exitX=1;exitY=0.25;exitDx=0;exitDy=0;entryX=0;entryY=0.5;entryDx=0;entryDy=0;" target="hMbl2U-K0152mwasdNm7-64">
          <mxGeometry relative="1" as="geometry">
            <Array as="points">
              <mxPoint x="3550" y="405" />
              <mxPoint x="3550" y="300" />
            </Array>
          </mxGeometry>
        </mxCell>
        <mxCell id="hMbl2U-K0152mwasdNm7-46" edge="1" parent="1" source="hMbl2U-K0152mwasdNm7-47" style="edgeStyle=orthogonalEdgeStyle;rounded=0;orthogonalLoop=1;jettySize=auto;html=1;exitX=0.636;exitY=0.013;exitDx=0;exitDy=0;entryX=0;entryY=0.5;entryDx=0;entryDy=0;exitPerimeter=0;" target="hMbl2U-K0152mwasdNm7-28">
          <mxGeometry relative="1" as="geometry">
            <Array as="points">
              <mxPoint x="3450" y="391" />
              <mxPoint x="3450" y="-260" />
            </Array>
          </mxGeometry>
        </mxCell>
        <mxCell id="hMbl2U-K0152mwasdNm7-47" parent="1" style="rounded=1;whiteSpace=wrap;html=1;" value="Product&lt;div&gt;(Can not change Combo info)&lt;/div&gt;" vertex="1">
          <mxGeometry height="100" width="210" x="3320" y="390" as="geometry" />
        </mxCell>
        <mxCell id="hMbl2U-K0152mwasdNm7-48" edge="1" parent="1" source="hMbl2U-K0152mwasdNm7-50" style="edgeStyle=orthogonalEdgeStyle;rounded=0;orthogonalLoop=1;jettySize=auto;html=1;exitX=1;exitY=0.5;exitDx=0;exitDy=0;entryX=0;entryY=0.5;entryDx=0;entryDy=0;" target="hMbl2U-K0152mwasdNm7-52">
          <mxGeometry relative="1" as="geometry" />
        </mxCell>
        <mxCell id="hMbl2U-K0152mwasdNm7-49" edge="1" parent="1" source="hMbl2U-K0152mwasdNm7-50" style="edgeStyle=orthogonalEdgeStyle;rounded=0;orthogonalLoop=1;jettySize=auto;html=1;exitX=0.5;exitY=1;exitDx=0;exitDy=0;entryX=0.5;entryY=0;entryDx=0;entryDy=0;" target="hMbl2U-K0152mwasdNm7-51">
          <mxGeometry relative="1" as="geometry" />
        </mxCell>
        <mxCell id="hMbl2U-K0152mwasdNm7-50" parent="1" style="rounded=1;whiteSpace=wrap;html=1;" value="ProductAttribute" vertex="1">
          <mxGeometry height="60" width="120" x="3680" y="410" as="geometry" />
        </mxCell>
        <mxCell id="hMbl2U-K0152mwasdNm7-51" parent="1" style="rounded=1;whiteSpace=wrap;html=1;" value="ProductAttributeMapping" vertex="1">
          <mxGeometry height="60" width="150" x="3665" y="535" as="geometry" />
        </mxCell>
        <mxCell id="hMbl2U-K0152mwasdNm7-52" parent="1" style="rounded=1;whiteSpace=wrap;html=1;" value="ProductAttributeValue" vertex="1">
          <mxGeometry height="60" width="140" x="3895" y="410" as="geometry" />
        </mxCell>
        <mxCell id="hMbl2U-K0152mwasdNm7-53" edge="1" parent="1" source="hMbl2U-K0152mwasdNm7-54" style="edgeStyle=orthogonalEdgeStyle;rounded=0;orthogonalLoop=1;jettySize=auto;html=1;exitX=-0.014;exitY=0.692;exitDx=0;exitDy=0;entryX=1;entryY=0.5;entryDx=0;entryDy=0;exitPerimeter=0;" target="hMbl2U-K0152mwasdNm7-68">
          <mxGeometry relative="1" as="geometry" />
        </mxCell>
        <mxCell id="hMbl2U-K0152mwasdNm7-54" parent="1" style="rounded=1;whiteSpace=wrap;html=1;" value="ProductBatch&lt;div&gt;=&amp;nbsp;&lt;/div&gt;&lt;div&gt;(ProductId + BatchId)&lt;/div&gt;" vertex="1">
          <mxGeometry height="100" width="120" x="2940" y="410" as="geometry" />
        </mxCell>
        <mxCell id="hMbl2U-K0152mwasdNm7-55" parent="1" style="rounded=1;whiteSpace=wrap;html=1;" value="ProductError" vertex="1">
          <mxGeometry height="60" width="120" x="3220" y="160" as="geometry" />
        </mxCell>
        <mxCell id="hMbl2U-K0152mwasdNm7-56" edge="1" parent="1" source="hMbl2U-K0152mwasdNm7-60" style="edgeStyle=orthogonalEdgeStyle;rounded=0;orthogonalLoop=1;jettySize=auto;html=1;exitX=1;exitY=0.75;exitDx=0;exitDy=0;entryX=0;entryY=0.75;entryDx=0;entryDy=0;" target="hMbl2U-K0152mwasdNm7-26">
          <mxGeometry relative="1" as="geometry" />
        </mxCell>
        <mxCell id="hMbl2U-K0152mwasdNm7-57" edge="1" parent="1" source="hMbl2U-K0152mwasdNm7-60" style="edgeStyle=orthogonalEdgeStyle;rounded=0;orthogonalLoop=1;jettySize=auto;html=1;exitX=1;exitY=0.5;exitDx=0;exitDy=0;entryX=0;entryY=0.5;entryDx=0;entryDy=0;" target="hMbl2U-K0152mwasdNm7-25">
          <mxGeometry relative="1" as="geometry">
            <Array as="points">
              <mxPoint x="3880" y="190" />
              <mxPoint x="3880" y="110" />
            </Array>
          </mxGeometry>
        </mxCell>
        <mxCell id="hMbl2U-K0152mwasdNm7-58" edge="1" parent="1" source="hMbl2U-K0152mwasdNm7-60" style="edgeStyle=orthogonalEdgeStyle;rounded=0;orthogonalLoop=1;jettySize=auto;html=1;exitX=1;exitY=0.25;exitDx=0;exitDy=0;entryX=0;entryY=0.5;entryDx=0;entryDy=0;" target="hMbl2U-K0152mwasdNm7-24">
          <mxGeometry relative="1" as="geometry">
            <Array as="points">
              <mxPoint x="3860" y="175" />
              <mxPoint x="3860" y="20" />
            </Array>
          </mxGeometry>
        </mxCell>
        <mxCell id="hMbl2U-K0152mwasdNm7-59" edge="1" parent="1" source="hMbl2U-K0152mwasdNm7-60" style="edgeStyle=orthogonalEdgeStyle;rounded=0;orthogonalLoop=1;jettySize=auto;html=1;exitX=0.75;exitY=1;exitDx=0;exitDy=0;entryX=0;entryY=0.25;entryDx=0;entryDy=0;" target="hMbl2U-K0152mwasdNm7-64">
          <mxGeometry relative="1" as="geometry" />
        </mxCell>
        <mxCell id="hMbl2U-K0152mwasdNm7-60" parent="1" style="rounded=1;whiteSpace=wrap;html=1;" value="ProductPrice" vertex="1">
          <mxGeometry height="60" width="120" x="3670" y="160" as="geometry" />
        </mxCell>
        <mxCell id="hMbl2U-K0152mwasdNm7-61" edge="1" parent="1" source="hMbl2U-K0152mwasdNm7-63" style="edgeStyle=orthogonalEdgeStyle;rounded=0;orthogonalLoop=1;jettySize=auto;html=1;exitX=0.5;exitY=1;exitDx=0;exitDy=0;entryX=0.5;entryY=0;entryDx=0;entryDy=0;" target="hMbl2U-K0152mwasdNm7-39">
          <mxGeometry relative="1" as="geometry" />
        </mxCell>
        <mxCell id="hMbl2U-K0152mwasdNm7-62" edge="1" parent="1" source="hMbl2U-K0152mwasdNm7-63" style="edgeStyle=orthogonalEdgeStyle;rounded=0;orthogonalLoop=1;jettySize=auto;html=1;exitX=0.75;exitY=1;exitDx=0;exitDy=0;entryX=0;entryY=0.5;entryDx=0;entryDy=0;" target="hMbl2U-K0152mwasdNm7-55">
          <mxGeometry relative="1" as="geometry" />
        </mxCell>
        <mxCell id="hMbl2U-K0152mwasdNm7-63" parent="1" style="rounded=1;whiteSpace=wrap;html=1;" value="ProductWarranty" vertex="1">
          <mxGeometry height="60" width="120" x="2940" y="80" as="geometry" />
        </mxCell>
        <mxCell id="hMbl2U-K0152mwasdNm7-64" parent="1" style="rounded=1;whiteSpace=wrap;html=1;" value="Unit" vertex="1">
          <mxGeometry height="60" width="120" x="3895" y="270" as="geometry" />
        </mxCell>
        <mxCell id="hMbl2U-K0152mwasdNm7-65" edge="1" parent="1" source="hMbl2U-K0152mwasdNm7-67" style="edgeStyle=orthogonalEdgeStyle;rounded=0;orthogonalLoop=1;jettySize=auto;html=1;exitX=1;exitY=0.5;exitDx=0;exitDy=0;">
          <mxGeometry relative="1" as="geometry">
            <Array as="points">
              <mxPoint x="3436" y="-150" />
            </Array>
            <mxPoint x="3436" y="390" as="targetPoint" />
          </mxGeometry>
        </mxCell>
        <mxCell id="hMbl2U-K0152mwasdNm7-66" edge="1" parent="1" source="hMbl2U-K0152mwasdNm7-67" style="edgeStyle=orthogonalEdgeStyle;rounded=0;orthogonalLoop=1;jettySize=auto;html=1;exitX=1;exitY=0.25;exitDx=0;exitDy=0;innerLoopWaypoints=1;entryX=0.5;entryY=0;entryDx=0;entryDy=0;" target="hMbl2U-K0152mwasdNm7-67">
          <mxGeometry relative="1" as="geometry">
            <Array as="points">
              <mxPoint x="3360" y="-165" />
              <mxPoint x="3360" y="-200" />
              <mxPoint x="3280" y="-200" />
            </Array>
            <mxPoint x="3300" y="-190" as="targetPoint" />
          </mxGeometry>
        </mxCell>
        <mxCell id="hMbl2U-K0152mwasdNm7-67" parent="1" style="rounded=1;whiteSpace=wrap;html=1;" value="Voucher" vertex="1">
          <mxGeometry height="60" width="120" x="3220" y="-180" as="geometry" />
        </mxCell>
        <mxCell id="hMbl2U-K0152mwasdNm7-68" parent="1" style="rounded=1;whiteSpace=wrap;html=1;" value="Warehouse" vertex="1">
          <mxGeometry height="60" width="120" x="2690" y="450" as="geometry" />
        </mxCell>
        <mxCell id="hMbl2U-K0152mwasdNm7-69" edge="1" parent="1" source="hMbl2U-K0152mwasdNm7-70" style="edgeStyle=orthogonalEdgeStyle;rounded=0;orthogonalLoop=1;jettySize=auto;html=1;exitX=0;exitY=0.5;exitDx=0;exitDy=0;entryX=0.5;entryY=1;entryDx=0;entryDy=0;" target="hMbl2U-K0152mwasdNm7-68">
          <mxGeometry relative="1" as="geometry" />
        </mxCell>
        <mxCell id="hMbl2U-K0152mwasdNm7-70" parent="1" style="rounded=1;whiteSpace=wrap;html=1;" value="WarehouseAccountMapping&lt;div&gt;(quyền kho)&lt;/div&gt;" vertex="1">
          <mxGeometry height="60" width="170" x="2915" y="740" as="geometry" />
        </mxCell>
        <mxCell id="hMbl2U-K0152mwasdNm7-71" edge="1" parent="1" source="hMbl2U-K0152mwasdNm7-73" style="edgeStyle=orthogonalEdgeStyle;rounded=0;orthogonalLoop=1;jettySize=auto;html=1;exitX=0;exitY=0.5;exitDx=0;exitDy=0;entryX=1;entryY=0.75;entryDx=0;entryDy=0;" target="hMbl2U-K0152mwasdNm7-68">
          <mxGeometry relative="1" as="geometry" />
        </mxCell>
        <mxCell id="hMbl2U-K0152mwasdNm7-72" edge="1" parent="1" source="hMbl2U-K0152mwasdNm7-73" style="edgeStyle=orthogonalEdgeStyle;rounded=0;orthogonalLoop=1;jettySize=auto;html=1;exitX=1;exitY=0.5;exitDx=0;exitDy=0;entryX=0;entryY=0.5;entryDx=0;entryDy=0;" target="hMbl2U-K0152mwasdNm7-47">
          <mxGeometry relative="1" as="geometry">
            <Array as="points">
              <mxPoint x="3190" y="640" />
              <mxPoint x="3190" y="440" />
            </Array>
          </mxGeometry>
        </mxCell>
        <mxCell id="hMbl2U-K0152mwasdNm7-73" parent="1" style="rounded=1;whiteSpace=wrap;html=1;" value="WarehouseProductMapping" vertex="1">
          <mxGeometry height="60" width="200" x="2900" y="610" as="geometry" />
        </mxCell>
        <mxCell id="hMbl2U-K0152mwasdNm7-74" edge="1" parent="1" source="hMbl2U-K0152mwasdNm7-52" style="edgeStyle=orthogonalEdgeStyle;rounded=0;orthogonalLoop=1;jettySize=auto;html=1;exitX=0.5;exitY=1;exitDx=0;exitDy=0;entryX=0.669;entryY=-0.007;entryDx=0;entryDy=0;entryPerimeter=0;" target="hMbl2U-K0152mwasdNm7-51">
          <mxGeometry relative="1" as="geometry" />
        </mxCell>
        <mxCell id="hMbl2U-K0152mwasdNm7-75" edge="1" parent="1" source="hMbl2U-K0152mwasdNm7-23" style="edgeStyle=orthogonalEdgeStyle;rounded=0;orthogonalLoop=1;jettySize=auto;html=1;exitX=1;exitY=0.5;exitDx=0;exitDy=0;entryX=0.5;entryY=0;entryDx=0;entryDy=0;innerLoopWaypoints=1;" target="hMbl2U-K0152mwasdNm7-23">
          <mxGeometry relative="1" as="geometry">
            <Array as="points">
              <mxPoint x="4030" y="-70" />
              <mxPoint x="4030" y="-120" />
              <mxPoint x="3950" y="-120" />
            </Array>
          </mxGeometry>
        </mxCell>
        <mxCell id="hMbl2U-K0152mwasdNm7-76" edge="1" parent="1" source="hMbl2U-K0152mwasdNm7-73" style="shape=flexArrow;endArrow=classic;startArrow=classic;html=1;rounded=0;entryX=0.5;entryY=1;entryDx=0;entryDy=0;exitX=0.5;exitY=0;exitDx=0;exitDy=0;" target="hMbl2U-K0152mwasdNm7-54" value="">
          <mxGeometry height="100" relative="1" width="100" as="geometry">
            <mxPoint x="2920" y="610" as="sourcePoint" />
            <mxPoint x="3020" y="510" as="targetPoint" />
          </mxGeometry>
        </mxCell>
        <mxCell id="hMbl2U-K0152mwasdNm7-77" edge="1" parent="1" source="hMbl2U-K0152mwasdNm7-78" style="edgeStyle=orthogonalEdgeStyle;rounded=0;orthogonalLoop=1;jettySize=auto;html=1;exitX=1;exitY=0.5;exitDx=0;exitDy=0;entryX=0.5;entryY=1;entryDx=0;entryDy=0;" target="hMbl2U-K0152mwasdNm7-54">
          <mxGeometry relative="1" as="geometry" />
        </mxCell>
        <mxCell id="hMbl2U-K0152mwasdNm7-78" parent="1" style="text;html=1;whiteSpace=wrap;strokeColor=none;fillColor=none;align=center;verticalAlign=middle;rounded=0;" value="Tương tác số lượng" vertex="1">
          <mxGeometry height="30" width="60" x="2910" y="550" as="geometry" />
        </mxCell>
        <mxCell id="hMbl2U-K0152mwasdNm7-79" edge="1" parent="1" source="hMbl2U-K0152mwasdNm7-63" style="edgeStyle=orthogonalEdgeStyle;rounded=0;orthogonalLoop=1;jettySize=auto;html=1;exitX=1;exitY=0.5;exitDx=0;exitDy=0;entryX=0.362;entryY=-0.026;entryDx=0;entryDy=0;entryPerimeter=0;" target="hMbl2U-K0152mwasdNm7-47">
          <mxGeometry relative="1" as="geometry" />
        </mxCell>
        <mxCell id="hMbl2U-K0152mwasdNm7-80" edge="1" parent="1" source="hMbl2U-K0152mwasdNm7-34" style="edgeStyle=orthogonalEdgeStyle;rounded=0;orthogonalLoop=1;jettySize=auto;html=1;exitX=0.5;exitY=0;exitDx=0;exitDy=0;entryX=0.429;entryY=0;entryDx=0;entryDy=0;entryPerimeter=0;" target="hMbl2U-K0152mwasdNm7-47">
          <mxGeometry relative="1" as="geometry" />
        </mxCell>
        <mxCell id="hMbl2U-K0152mwasdNm7-81" edge="1" parent="1" source="hMbl2U-K0152mwasdNm7-55" style="edgeStyle=orthogonalEdgeStyle;rounded=0;orthogonalLoop=1;jettySize=auto;html=1;exitX=1;exitY=0.5;exitDx=0;exitDy=0;entryX=0.3;entryY=-0.026;entryDx=0;entryDy=0;entryPerimeter=0;" target="hMbl2U-K0152mwasdNm7-47">
          <mxGeometry relative="1" as="geometry" />
        </mxCell>
        <mxCell id="hMbl2U-K0152mwasdNm7-82" parent="1" style="rounded=1;whiteSpace=wrap;html=1;fillColor=#dae8fc;strokeColor=#6c8ebf;fontStyle=1;" value="PurchasePlan&#xa;(Kế hoạch mua tổng)" vertex="1">
          <mxGeometry height="60" width="140" x="2380" y="-140" as="geometry" />
        </mxCell>
        <mxCell id="hMbl2U-K0152mwasdNm7-83" parent="1" style="rounded=1;whiteSpace=wrap;html=1;" value="PurchasePlanDetail&#xa;(Chi tiết mặt hàng dự kiến)" vertex="1">
          <mxGeometry height="60" width="160" x="2580" y="-140" as="geometry" />
        </mxCell>
        <mxCell id="hMbl2U-K0152mwasdNm7-84" edge="1" parent="1" source="hMbl2U-K0152mwasdNm7-82" style="edgeStyle=orthogonalEdgeStyle;rounded=0;html=1;fontStyle=1;" target="hMbl2U-K0152mwasdNm7-83" value="1 - n">
          <mxGeometry relative="1" as="geometry" />
        </mxCell>
        <mxCell id="hMbl2U-K0152mwasdNm7-85" parent="1" style="rounded=1;whiteSpace=wrap;html=1;fillColor=#d5e8d4;strokeColor=#82b366;fontStyle=1;" value="PurchaseOrder&#xa;(Đơn đặt mua hàng)" vertex="1">
          <mxGeometry height="60" width="140" x="2380" y="-10" as="geometry" />
        </mxCell>
        <mxCell id="hMbl2U-K0152mwasdNm7-86" parent="1" style="rounded=1;whiteSpace=wrap;html=1;" value="PurchaseOrderDetail&#xa;(Chi tiết số lượng đặt)" vertex="1">
          <mxGeometry height="60" width="160" x="2580" y="-10" as="geometry" />
        </mxCell>
        <mxCell id="hMbl2U-K0152mwasdNm7-87" edge="1" parent="1" source="hMbl2U-K0152mwasdNm7-85" style="edgeStyle=orthogonalEdgeStyle;rounded=0;html=1;" target="hMbl2U-K0152mwasdNm7-86" value="1 - n">
          <mxGeometry relative="1" as="geometry" />
        </mxCell>
        <mxCell id="hMbl2U-K0152mwasdNm7-88" edge="1" parent="1" source="hMbl2U-K0152mwasdNm7-83" style="edgeStyle=orthogonalEdgeStyle;rounded=0;html=1;strokeWidth=2;strokeColor=#ff0000;" target="hMbl2U-K0152mwasdNm7-86" value="Chuyển thành đơn mua">
          <mxGeometry relative="1" as="geometry">
            <mxPoint x="2660" y="-50" as="targetPoint" />
          </mxGeometry>
        </mxCell>
        <mxCell id="hMbl2U-K0152mwasdNm7-89" parent="1" style="rounded=1;whiteSpace=wrap;html=1;fillColor=#ffe6cc;strokeColor=#d79b00;fontStyle=1;" value="GoodsReceipt&#xa;(Phiếu nhập kho thực tế)" vertex="1">
          <mxGeometry height="60" width="150" x="2380" y="130" as="geometry" />
        </mxCell>
        <mxCell id="hMbl2U-K0152mwasdNm7-90" parent="1" style="rounded=1;whiteSpace=wrap;html=1;" value="GoodsReceiptDetail&#xa;(Chi tiết hàng thực nhập)" vertex="1">
          <mxGeometry height="60" width="160" x="2580" y="130" as="geometry" />
        </mxCell>
        <mxCell id="hMbl2U-K0152mwasdNm7-91" edge="1" parent="1" source="hMbl2U-K0152mwasdNm7-89" style="edgeStyle=orthogonalEdgeStyle;rounded=0;html=1;" target="hMbl2U-K0152mwasdNm7-90" value="1 - n">
          <mxGeometry relative="1" as="geometry" />
        </mxCell>
        <mxCell id="hMbl2U-K0152mwasdNm7-92" edge="1" parent="1" source="hMbl2U-K0152mwasdNm7-86" style="edgeStyle=orthogonalEdgeStyle;rounded=0;html=1;strokeWidth=2;strokeColor=#ff0000;" target="hMbl2U-K0152mwasdNm7-90" value="Nhập kho theo đợt">
          <mxGeometry relative="1" as="geometry" />
        </mxCell>
        <mxCell id="hMbl2U-K0152mwasdNm7-93" edge="1" parent="1" source="hMbl2U-K0152mwasdNm7-90" style="edgeStyle=orthogonalEdgeStyle;rounded=0;html=1;strokeWidth=2;strokeColor=#0000ff;entryX=0;entryY=0.5;entryDx=0;entryDy=0;exitX=1;exitY=0.5;exitDx=0;exitDy=0;" target="hMbl2U-K0152mwasdNm7-68" value="Chỉ định kho nhập (n - 1)">
          <mxGeometry relative="1" x="0.5745" as="geometry">
            <mxPoint as="offset" />
            <Array as="points">
              <mxPoint x="2800" y="160" />
              <mxPoint x="2800" y="300" />
              <mxPoint x="2650" y="300" />
              <mxPoint x="2650" y="480" />
            </Array>
          </mxGeometry>
        </mxCell>
        <mxCell id="hMbl2U-K0152mwasdNm7-94" edge="1" parent="1" source="hMbl2U-K0152mwasdNm7-90" style="edgeStyle=orthogonalEdgeStyle;rounded=0;html=1;strokeWidth=1;strokeColor=#6c8ebf;fillColor=#dae8fc;" value="Sinh lô hàng">
          <mxGeometry relative="1" x="0.1915" as="geometry">
            <mxPoint as="offset" />
            <Array as="points">
              <mxPoint x="2800" y="160" />
              <mxPoint x="2800" y="430" />
            </Array>
            <mxPoint x="2940" y="430" as="targetPoint" />
          </mxGeometry>
        </mxCell>
        <mxCell id="hMbl2U-K0152mwasdNm7-95" edge="1" parent="1" source="hMbl2U-K0152mwasdNm7-32" style="edgeStyle=orthogonalEdgeStyle;rounded=0;orthogonalLoop=1;jettySize=auto;html=1;innerLoopWaypoints=1;exitX=0.75;exitY=1;exitDx=0;exitDy=0;entryX=1;entryY=0.75;entryDx=0;entryDy=0;" target="hMbl2U-K0152mwasdNm7-32">
          <mxGeometry relative="1" as="geometry">
            <Array as="points">
              <mxPoint x="3030" y="-40" />
              <mxPoint x="3110" y="-40" />
              <mxPoint x="3110" y="-75" />
            </Array>
          </mxGeometry>
        </mxCell>
        <mxCell id="hMbl2U-K0152mwasdNm7-96" edge="1" parent="1" source="hMbl2U-K0152mwasdNm7-54" style="edgeStyle=orthogonalEdgeStyle;rounded=0;orthogonalLoop=1;jettySize=auto;html=1;exitX=1;exitY=0.75;exitDx=0;exitDy=0;entryX=-0.009;entryY=0.359;entryDx=0;entryDy=0;entryPerimeter=0;" target="hMbl2U-K0152mwasdNm7-47">
          <mxGeometry relative="1" as="geometry">
            <Array as="points">
              <mxPoint x="3160" y="485" />
              <mxPoint x="3160" y="426" />
            </Array>
          </mxGeometry>
        </mxCell>
        <mxCell id="hMbl2U-K0152mwasdNm7-97" edge="1" parent="1" source="hMbl2U-K0152mwasdNm7-47" style="edgeStyle=orthogonalEdgeStyle;rounded=0;orthogonalLoop=1;jettySize=auto;html=1;innerLoopWaypoints=1;exitX=0;exitY=0.75;exitDx=0;exitDy=0;entryX=0.25;entryY=1;entryDx=0;entryDy=0;" target="hMbl2U-K0152mwasdNm7-47">
          <mxGeometry relative="1" as="geometry">
            <Array as="points">
              <mxPoint x="3290" y="465" />
              <mxPoint x="3290" y="510" />
              <mxPoint x="3373" y="510" />
            </Array>
          </mxGeometry>
        </mxCell>
        <mxCell id="vUVoq3HvJN78WNhkTx8h-25" edge="1" parent="1" source="hMbl2U-K0152mwasdNm7-98" style="edgeStyle=orthogonalEdgeStyle;rounded=0;orthogonalLoop=1;jettySize=auto;html=1;exitX=0.25;exitY=1;exitDx=0;exitDy=0;entryX=1;entryY=0.5;entryDx=0;entryDy=0;" target="hMbl2U-K0152mwasdNm7-108">
          <mxGeometry relative="1" as="geometry" />
        </mxCell>
        <mxCell id="hMbl2U-K0152mwasdNm7-98" parent="1" style="rounded=1;whiteSpace=wrap;html=1;" value="&lt;span style=&quot;text-align: left;&quot;&gt;Account&lt;/span&gt;" vertex="1">
          <mxGeometry height="100" width="270" x="4370" y="740" as="geometry" />
        </mxCell>
        <mxCell id="vUVoq3HvJN78WNhkTx8h-4" edge="1" parent="1" source="hMbl2U-K0152mwasdNm7-99" style="edgeStyle=orthogonalEdgeStyle;rounded=0;orthogonalLoop=1;jettySize=auto;html=1;exitX=0;exitY=0.5;exitDx=0;exitDy=0;">
          <mxGeometry relative="1" as="geometry">
            <mxPoint x="4479.999999999999" y="740" as="targetPoint" />
          </mxGeometry>
        </mxCell>
        <mxCell id="hMbl2U-K0152mwasdNm7-99" parent="1" style="rounded=1;whiteSpace=wrap;html=1;" value="&lt;div style=&quot;text-align: left;&quot;&gt;&lt;span style=&quot;background-color: transparent;&quot;&gt;AccountAddress&lt;/span&gt;&lt;/div&gt;" vertex="1">
          <mxGeometry height="60" width="140" x="5010" y="420" as="geometry" />
        </mxCell>
        <mxCell id="vUVoq3HvJN78WNhkTx8h-13" edge="1" parent="1" source="hMbl2U-K0152mwasdNm7-101" style="edgeStyle=orthogonalEdgeStyle;rounded=0;orthogonalLoop=1;jettySize=auto;html=1;exitX=1;exitY=0.5;exitDx=0;exitDy=0;entryX=0;entryY=0.5;entryDx=0;entryDy=0;" target="hMbl2U-K0152mwasdNm7-102">
          <mxGeometry relative="1" as="geometry" />
        </mxCell>
        <mxCell id="hMbl2U-K0152mwasdNm7-101" parent="1" style="rounded=1;whiteSpace=wrap;html=1;" value="&lt;div style=&quot;text-align: left;&quot;&gt;AccountContract&lt;/div&gt;" vertex="1">
          <mxGeometry height="60" width="120" x="4780" y="570" as="geometry" />
        </mxCell>
        <mxCell id="hMbl2U-K0152mwasdNm7-102" parent="1" style="rounded=1;whiteSpace=wrap;html=1;" value="&lt;div style=&quot;text-align: left;&quot;&gt;AccountContractParty&lt;/div&gt;" vertex="1">
          <mxGeometry height="60" width="140" x="5010" y="570" as="geometry" />
        </mxCell>
        <mxCell id="hMbl2U-K0152mwasdNm7-103" parent="1" style="rounded=1;whiteSpace=wrap;html=1;" value="&lt;div style=&quot;text-align: left;&quot;&gt;AccountDepartment&lt;/div&gt;" vertex="1">
          <mxGeometry height="40" width="175" x="5375" y="460" as="geometry" />
        </mxCell>
        <mxCell id="vUVoq3HvJN78WNhkTx8h-12" edge="1" parent="1" source="hMbl2U-K0152mwasdNm7-104" style="edgeStyle=orthogonalEdgeStyle;rounded=0;orthogonalLoop=1;jettySize=auto;html=1;exitX=1;exitY=0.25;exitDx=0;exitDy=0;entryX=0;entryY=0.5;entryDx=0;entryDy=0;" target="hMbl2U-K0152mwasdNm7-103">
          <mxGeometry relative="1" as="geometry">
            <Array as="points">
              <mxPoint x="5300" y="505" />
              <mxPoint x="5300" y="480" />
            </Array>
          </mxGeometry>
        </mxCell>
        <mxCell id="vUVoq3HvJN78WNhkTx8h-36" edge="1" parent="1" source="hMbl2U-K0152mwasdNm7-104" style="edgeStyle=orthogonalEdgeStyle;rounded=0;orthogonalLoop=1;jettySize=auto;html=1;exitX=1;exitY=0.75;exitDx=0;exitDy=0;entryX=0;entryY=0.5;entryDx=0;entryDy=0;" target="hMbl2U-K0152mwasdNm7-110">
          <mxGeometry relative="1" as="geometry" />
        </mxCell>
        <mxCell id="hMbl2U-K0152mwasdNm7-104" parent="1" style="rounded=1;whiteSpace=wrap;html=1;" value="&lt;div style=&quot;text-align: left;&quot;&gt;AccountDepartmentMapping&lt;/div&gt;" vertex="1">
          <mxGeometry height="60" width="200" x="4730" y="490" as="geometry" />
        </mxCell>
        <mxCell id="hMbl2U-K0152mwasdNm7-105" parent="1" style="rounded=1;whiteSpace=wrap;html=1;" value="&lt;div style=&quot;text-align: left;&quot;&gt;AccountGroup&lt;/div&gt;" vertex="1">
          <mxGeometry height="60" width="140" x="5010" y="740" as="geometry" />
        </mxCell>
        <mxCell id="vUVoq3HvJN78WNhkTx8h-15" edge="1" parent="1" source="hMbl2U-K0152mwasdNm7-106" style="edgeStyle=orthogonalEdgeStyle;rounded=0;orthogonalLoop=1;jettySize=auto;html=1;exitX=0;exitY=0.5;exitDx=0;exitDy=0;entryX=1;entryY=0.5;entryDx=0;entryDy=0;" target="hMbl2U-K0152mwasdNm7-113">
          <mxGeometry relative="1" as="geometry" />
        </mxCell>
        <mxCell id="vUVoq3HvJN78WNhkTx8h-19" edge="1" parent="1" source="hMbl2U-K0152mwasdNm7-106" style="edgeStyle=orthogonalEdgeStyle;rounded=0;orthogonalLoop=1;jettySize=auto;html=1;exitX=0.5;exitY=1;exitDx=0;exitDy=0;entryX=0.5;entryY=0;entryDx=0;entryDy=0;" target="hMbl2U-K0152mwasdNm7-105">
          <mxGeometry relative="1" as="geometry" />
        </mxCell>
        <mxCell id="hMbl2U-K0152mwasdNm7-106" parent="1" style="rounded=1;whiteSpace=wrap;html=1;" value="&lt;div style=&quot;text-align: left;&quot;&gt;AccountGroupMenu&lt;/div&gt;" vertex="1">
          <mxGeometry height="60" width="140" x="5010" y="640" as="geometry" />
        </mxCell>
        <mxCell id="vUVoq3HvJN78WNhkTx8h-3" edge="1" parent="1" source="hMbl2U-K0152mwasdNm7-107" style="edgeStyle=orthogonalEdgeStyle;rounded=0;orthogonalLoop=1;jettySize=auto;html=1;exitX=0;exitY=0.5;exitDx=0;exitDy=0;">
          <mxGeometry relative="1" as="geometry">
            <mxPoint x="4459.999999999999" y="740" as="targetPoint" />
          </mxGeometry>
        </mxCell>
        <mxCell id="vUVoq3HvJN78WNhkTx8h-23" edge="1" parent="1" source="hMbl2U-K0152mwasdNm7-107" style="edgeStyle=orthogonalEdgeStyle;rounded=0;orthogonalLoop=1;jettySize=auto;html=1;exitX=0.5;exitY=0;exitDx=0;exitDy=0;entryX=0.5;entryY=1;entryDx=0;entryDy=0;" target="vUVoq3HvJN78WNhkTx8h-22">
          <mxGeometry relative="1" as="geometry" />
        </mxCell>
        <mxCell id="hMbl2U-K0152mwasdNm7-107" parent="1" style="rounded=1;whiteSpace=wrap;html=1;" value="&lt;div style=&quot;text-align: left;&quot;&gt;AccountInfo&lt;/div&gt;" vertex="1">
          <mxGeometry height="60" width="140" x="5010" y="340" as="geometry" />
        </mxCell>
        <mxCell id="vUVoq3HvJN78WNhkTx8h-26" edge="1" parent="1" source="hMbl2U-K0152mwasdNm7-108" style="edgeStyle=orthogonalEdgeStyle;rounded=0;orthogonalLoop=1;jettySize=auto;html=1;exitX=0.5;exitY=0;exitDx=0;exitDy=0;entryX=0;entryY=0.75;entryDx=0;entryDy=0;" target="hMbl2U-K0152mwasdNm7-98">
          <mxGeometry relative="1" as="geometry" />
        </mxCell>
        <mxCell id="hMbl2U-K0152mwasdNm7-108" parent="1" style="rounded=1;whiteSpace=wrap;html=1;" value="&lt;div style=&quot;text-align: left;&quot;&gt;AccountMapping&lt;/div&gt;" vertex="1">
          <mxGeometry height="30" width="100" x="4270" y="850" as="geometry" />
        </mxCell>
        <mxCell id="hMbl2U-K0152mwasdNm7-109" parent="1" style="rounded=1;whiteSpace=wrap;html=1;" value="&lt;div style=&quot;text-align: left;&quot;&gt;AccountPermissionController&lt;/div&gt;" vertex="1">
          <mxGeometry height="60" width="205" x="5170" y="845" as="geometry" />
        </mxCell>
        <mxCell id="hMbl2U-K0152mwasdNm7-110" parent="1" style="rounded=1;whiteSpace=wrap;html=1;" value="&lt;div style=&quot;text-align: left;&quot;&gt;AccountPositionDepartment&lt;/div&gt;" vertex="1">
          <mxGeometry height="50" width="175" x="5375" y="510" as="geometry" />
        </mxCell>
        <mxCell id="vUVoq3HvJN78WNhkTx8h-24" edge="1" parent="1" source="hMbl2U-K0152mwasdNm7-111" style="edgeStyle=orthogonalEdgeStyle;rounded=0;orthogonalLoop=1;jettySize=auto;html=1;exitX=0;exitY=0.5;exitDx=0;exitDy=0;entryX=1;entryY=0.5;entryDx=0;entryDy=0;" target="hMbl2U-K0152mwasdNm7-105">
          <mxGeometry relative="1" as="geometry" />
        </mxCell>
        <mxCell id="hMbl2U-K0152mwasdNm7-111" parent="1" style="rounded=1;whiteSpace=wrap;html=1;" value="&lt;div style=&quot;text-align: left;&quot;&gt;AccountGroupPermissionController&lt;/div&gt;" vertex="1">
          <mxGeometry height="60" width="210" x="5210" y="740" as="geometry" />
        </mxCell>
        <mxCell id="vUVoq3HvJN78WNhkTx8h-14" edge="1" parent="1" source="hMbl2U-K0152mwasdNm7-113" style="edgeStyle=orthogonalEdgeStyle;rounded=0;orthogonalLoop=1;jettySize=auto;html=1;exitX=0;exitY=0.5;exitDx=0;exitDy=0;entryX=0.593;entryY=0;entryDx=0;entryDy=0;entryPerimeter=0;" target="hMbl2U-K0152mwasdNm7-98">
          <mxGeometry relative="1" as="geometry" />
        </mxCell>
        <mxCell id="hMbl2U-K0152mwasdNm7-113" parent="1" style="rounded=1;whiteSpace=wrap;html=1;" value="&lt;div style=&quot;text-align: left;&quot;&gt;AccountMenu&lt;/div&gt;" vertex="1">
          <mxGeometry height="60" width="140" x="4780" y="640" as="geometry" />
        </mxCell>
        <mxCell id="vUVoq3HvJN78WNhkTx8h-42" edge="1" parent="1" source="hMbl2U-K0152mwasdNm7-114" style="edgeStyle=orthogonalEdgeStyle;rounded=0;orthogonalLoop=1;jettySize=auto;html=1;exitX=0;exitY=0.5;exitDx=0;exitDy=0;entryX=1;entryY=0.5;entryDx=0;entryDy=0;" target="hMbl2U-K0152mwasdNm7-98">
          <mxGeometry relative="1" as="geometry" />
        </mxCell>
        <mxCell id="vUVoq3HvJN78WNhkTx8h-43" edge="1" parent="1" source="hMbl2U-K0152mwasdNm7-114" style="edgeStyle=orthogonalEdgeStyle;rounded=0;orthogonalLoop=1;jettySize=auto;html=1;exitX=1;exitY=0.5;exitDx=0;exitDy=0;entryX=0;entryY=0.5;entryDx=0;entryDy=0;" target="hMbl2U-K0152mwasdNm7-109">
          <mxGeometry relative="1" as="geometry" />
        </mxCell>
        <mxCell id="hMbl2U-K0152mwasdNm7-114" parent="1" style="rounded=1;whiteSpace=wrap;html=1;" value="&lt;div style=&quot;text-align: left;&quot;&gt;AccountPermissionException&lt;/div&gt;" vertex="1">
          <mxGeometry height="60" width="175" x="4870" y="845" as="geometry" />
        </mxCell>
        <mxCell id="vUVoq3HvJN78WNhkTx8h-30" edge="1" parent="1" source="hMbl2U-K0152mwasdNm7-115" style="edgeStyle=orthogonalEdgeStyle;rounded=0;orthogonalLoop=1;jettySize=auto;html=1;exitX=0.5;exitY=0;exitDx=0;exitDy=0;entryX=0.5;entryY=1;entryDx=0;entryDy=0;" target="hMbl2U-K0152mwasdNm7-98">
          <mxGeometry relative="1" as="geometry" />
        </mxCell>
        <mxCell id="vUVoq3HvJN78WNhkTx8h-31" connectable="0" parent="vUVoq3HvJN78WNhkTx8h-30" style="edgeLabel;html=1;align=center;verticalAlign=middle;resizable=0;points=[];" value="Link tới account&amp;nbsp;&lt;div&gt;với permission chứa&amp;nbsp;&lt;/div&gt;&lt;div&gt;là (standard user)&lt;/div&gt;" vertex="1">
          <mxGeometry relative="1" x="-0.0143" y="-1" as="geometry">
            <mxPoint as="offset" />
          </mxGeometry>
        </mxCell>
        <mxCell id="hMbl2U-K0152mwasdNm7-115" parent="1" style="rounded=1;whiteSpace=wrap;html=1;" value="&lt;div style=&quot;text-align: left;&quot;&gt;AccountType&lt;/div&gt;" vertex="1">
          <mxGeometry height="60" width="115" x="4447.5" y="980" as="geometry" />
        </mxCell>
        <mxCell id="hMbl2U-K0152mwasdNm7-120" edge="1" parent="1" source="hMbl2U-K0152mwasdNm7-98" style="edgeStyle=orthogonalEdgeStyle;rounded=0;html=1;strokeColor=#008080;strokeWidth=2;exitX=0;exitY=0.75;exitDx=0;exitDy=0;" target="hMbl2U-K0152mwasdNm7-70">
          <mxGeometry relative="1" as="geometry">
            <Array as="points">
              <mxPoint x="4370" y="770" />
            </Array>
          </mxGeometry>
        </mxCell>
        <mxCell id="hMbl2U-K0152mwasdNm7-121" edge="1" parent="1" source="hMbl2U-K0152mwasdNm7-98" style="edgeStyle=orthogonalEdgeStyle;rounded=0;html=1;strokeColor=#4B0082;strokeWidth=2;exitX=0.5;exitY=0;exitDx=0;exitDy=0;" target="hMbl2U-K0152mwasdNm7-25">
          <mxGeometry relative="1" as="geometry">
            <Array as="points">
              <mxPoint x="4430" y="110" />
            </Array>
          </mxGeometry>
        </mxCell>
        <mxCell id="hMbl2U-K0152mwasdNm7-122" edge="1" parent="1" source="hMbl2U-K0152mwasdNm7-25" style="edgeStyle=orthogonalEdgeStyle;rounded=0;html=1;" target="hMbl2U-K0152mwasdNm7-24">
          <mxGeometry relative="1" as="geometry" />
        </mxCell>
        <mxCell id="hMbl2U-K0152mwasdNm7-123" edge="1" parent="1" source="hMbl2U-K0152mwasdNm7-24" style="edgeStyle=orthogonalEdgeStyle;rounded=0;html=1;strokeColor=#FF4500;strokeWidth=2;" target="hMbl2U-K0152mwasdNm7-32">
          <mxGeometry relative="1" as="geometry">
            <Array as="points">
              <mxPoint x="3820" y="20" />
              <mxPoint x="3820" y="-110" />
            </Array>
          </mxGeometry>
        </mxCell>
        <mxCell id="vUVoq3HvJN78WNhkTx8h-10" edge="1" parent="1" source="hMbl2U-K0152mwasdNm7-101" style="edgeStyle=orthogonalEdgeStyle;rounded=0;orthogonalLoop=1;jettySize=auto;html=1;exitX=0;exitY=0.5;exitDx=0;exitDy=0;entryX=0.531;entryY=0;entryDx=0;entryDy=0;entryPerimeter=0;" target="hMbl2U-K0152mwasdNm7-98">
          <mxGeometry relative="1" as="geometry" />
        </mxCell>
        <mxCell id="vUVoq3HvJN78WNhkTx8h-11" edge="1" parent="1" source="hMbl2U-K0152mwasdNm7-104" style="edgeStyle=orthogonalEdgeStyle;rounded=0;orthogonalLoop=1;jettySize=auto;html=1;exitX=0;exitY=0.5;exitDx=0;exitDy=0;">
          <mxGeometry relative="1" as="geometry">
            <mxPoint x="4500" y="740" as="targetPoint" />
          </mxGeometry>
        </mxCell>
        <mxCell id="vUVoq3HvJN78WNhkTx8h-21" edge="1" parent="1" source="hMbl2U-K0152mwasdNm7-105" style="edgeStyle=orthogonalEdgeStyle;rounded=0;orthogonalLoop=1;jettySize=auto;html=1;exitX=0;exitY=0.5;exitDx=0;exitDy=0;entryX=0.644;entryY=-0.01;entryDx=0;entryDy=0;entryPerimeter=0;" target="hMbl2U-K0152mwasdNm7-98">
          <mxGeometry relative="1" as="geometry" />
        </mxCell>
        <mxCell id="vUVoq3HvJN78WNhkTx8h-22" parent="1" style="rounded=1;whiteSpace=wrap;html=1;" value="&lt;div style=&quot;text-align: left;&quot;&gt;AccountLogin&lt;/div&gt;" vertex="1">
          <mxGeometry height="60" width="140" x="5010" y="230" as="geometry" />
        </mxCell>
        <mxCell id="vUVoq3HvJN78WNhkTx8h-27" edge="1" parent="1" source="hMbl2U-K0152mwasdNm7-98" style="edgeStyle=orthogonalEdgeStyle;rounded=0;orthogonalLoop=1;jettySize=auto;html=1;innerLoopWaypoints=1;exitX=1;exitY=0.75;exitDx=0;exitDy=0;entryX=0.874;entryY=1.002;entryDx=0;entryDy=0;entryPerimeter=0;" target="hMbl2U-K0152mwasdNm7-98">
          <mxGeometry relative="1" as="geometry" />
        </mxCell>
        <mxCell id="vUVoq3HvJN78WNhkTx8h-37" parent="1" style="shape=process;whiteSpace=wrap;html=1;backgroundOutline=1;" value="Controller (public APIs)&lt;br&gt;auto sync with newer version and clear Old version" vertex="1">
          <mxGeometry height="60" width="160" x="5830" y="845" as="geometry" />
        </mxCell>
        <mxCell id="vUVoq3HvJN78WNhkTx8h-40" edge="1" parent="1" source="vUVoq3HvJN78WNhkTx8h-38" style="edgeStyle=orthogonalEdgeStyle;rounded=0;orthogonalLoop=1;jettySize=auto;html=1;exitX=0;exitY=0.5;exitDx=0;exitDy=0;exitPerimeter=0;entryX=1;entryY=0.5;entryDx=0;entryDy=0;" target="hMbl2U-K0152mwasdNm7-109">
          <mxGeometry relative="1" as="geometry" />
        </mxCell>
        <mxCell id="vUVoq3HvJN78WNhkTx8h-38" parent="1" style="shape=cylinder3;whiteSpace=wrap;html=1;boundedLbl=1;backgroundOutline=1;size=15;" value="" vertex="1">
          <mxGeometry height="80" width="60" x="5480" y="835" as="geometry" />
        </mxCell>
        <mxCell id="vUVoq3HvJN78WNhkTx8h-39" edge="1" parent="1" source="vUVoq3HvJN78WNhkTx8h-37" style="edgeStyle=orthogonalEdgeStyle;rounded=0;orthogonalLoop=1;jettySize=auto;html=1;exitX=0;exitY=0.5;exitDx=0;exitDy=0;entryX=0.875;entryY=0.5;entryDx=0;entryDy=0;entryPerimeter=0;" target="vUVoq3HvJN78WNhkTx8h-44">
          <mxGeometry relative="1" as="geometry" />
        </mxCell>
        <mxCell id="vUVoq3HvJN78WNhkTx8h-48" edge="1" parent="1" source="vUVoq3HvJN78WNhkTx8h-44" style="edgeStyle=orthogonalEdgeStyle;rounded=0;orthogonalLoop=1;jettySize=auto;html=1;exitX=0.07;exitY=0.4;exitDx=0;exitDy=0;exitPerimeter=0;" target="vUVoq3HvJN78WNhkTx8h-38">
          <mxGeometry relative="1" as="geometry">
            <Array as="points">
              <mxPoint x="5641" y="875" />
            </Array>
          </mxGeometry>
        </mxCell>
        <mxCell id="vUVoq3HvJN78WNhkTx8h-44" parent="1" style="ellipse;shape=cloud;whiteSpace=wrap;html=1;" value="AccountService" vertex="1">
          <mxGeometry height="80" width="150" x="5630" y="835" as="geometry" />
        </mxCell>
      </root>
    </mxGraphModel>
  </diagram>
</mxfile>
